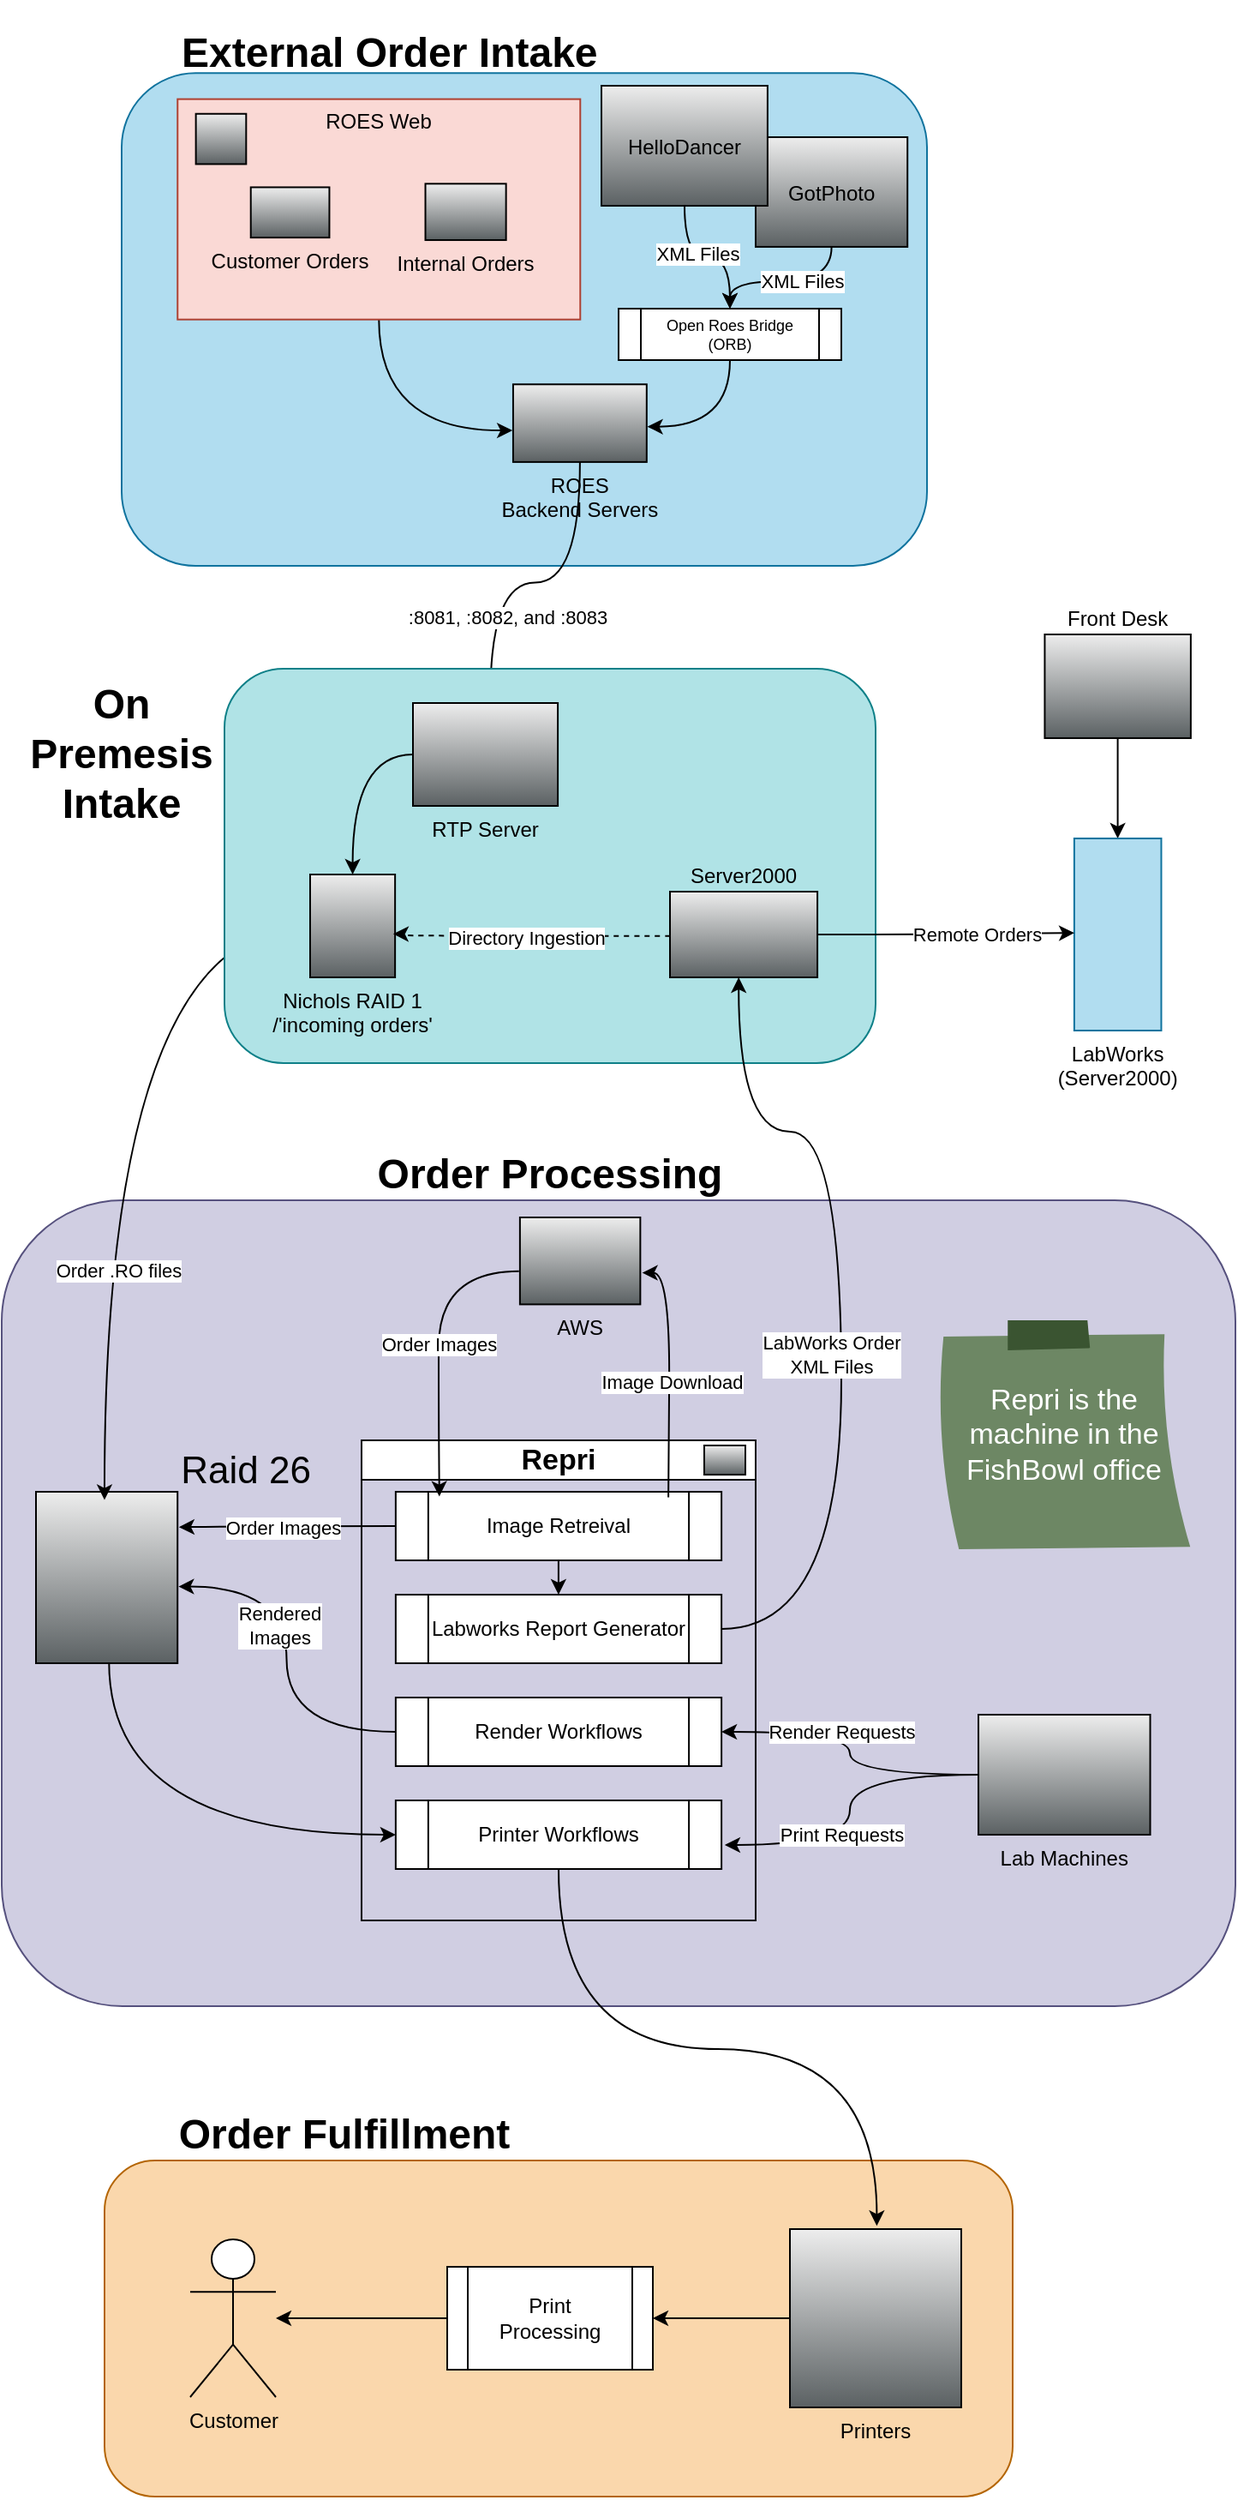
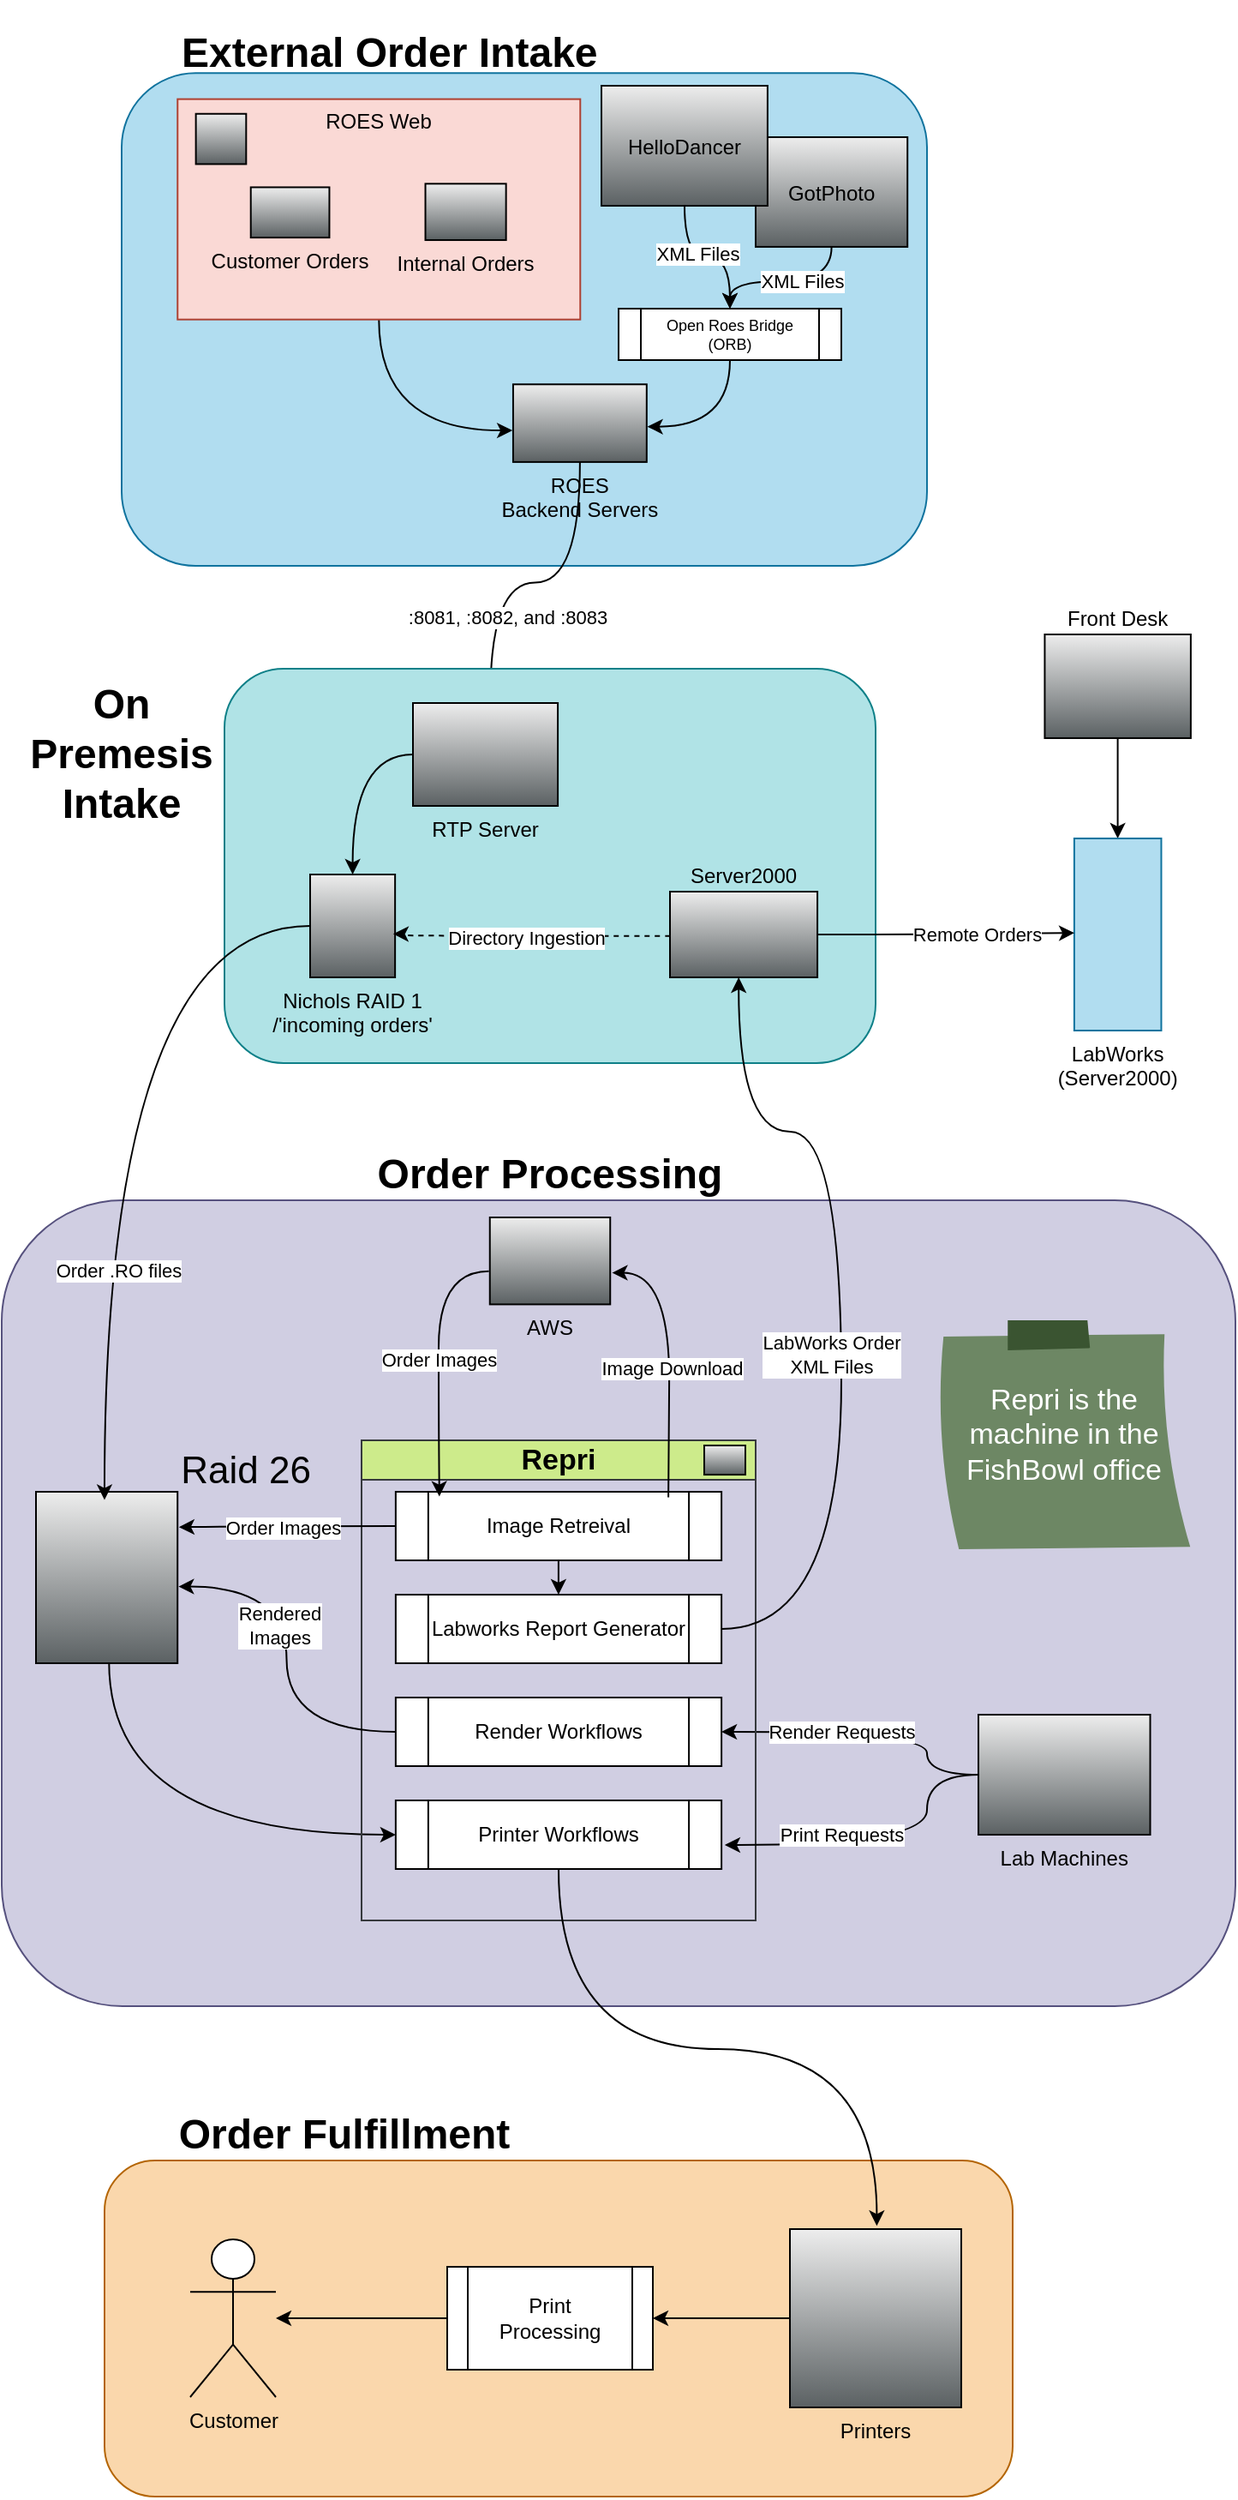
<mxfile host="app.diagrams.net" pages="2">
  <diagram name="External Order Intake" id="xOiFyvTx0ugd0xP541Ys">
-     <mxGraphModel dx="1138" dy="664" grid="1" gridSize="10" guides="1" tooltips="1" connect="1" arrows="1" fold="1" page="1" pageScale="1" pageWidth="850" pageHeight="1100" math="0" shadow="0">
+     <mxGraphModel dx="1366" dy="797" grid="1" gridSize="10" guides="1" tooltips="1" connect="1" arrows="1" fold="1" page="1" pageScale="1" pageWidth="850" pageHeight="1100" math="0" shadow="0">
      <root>
        <mxCell id="0" />
        <mxCell id="1" parent="0" />
        <mxCell id="Abbv7D0ucnFepgTgGXwM-46" connectable="0" parent="1" style="group" value="" vertex="1">
          <mxGeometry height="310" width="470" x="160" y="40" as="geometry" />
        </mxCell>
        <mxCell id="Abbv7D0ucnFepgTgGXwM-2" parent="Abbv7D0ucnFepgTgGXwM-46" style="rounded=1;whiteSpace=wrap;html=1;fillColor=#b1ddf0;strokeColor=#10739e;" value=" " vertex="1">
          <mxGeometry height="287.3170731707317" width="470.00000000000006" y="22.682926829268293" as="geometry" />
        </mxCell>
        <mxCell id="uFVznFZ-sdEEhWdo_pJ7-23" parent="Abbv7D0ucnFepgTgGXwM-46" style="shape=mxgraph.networks2.icon;aspect=fixed;fillColor=#EDEDED;strokeColor=#000000;gradientColor=#5B6163;network2IconShadow=1;network2bgFillColor=none;labelPosition=center;verticalLabelPosition=middle;align=center;verticalAlign=middle;network2Icon=mxgraph.networks2.cloud;network2IconYOffset=-0.08;network2IconW=1.0004;network2IconH=0.7222;" value="GotPhoto" vertex="1">
          <mxGeometry height="63.96" width="88.6" x="370" y="60" as="geometry" />
        </mxCell>
        <mxCell id="uFVznFZ-sdEEhWdo_pJ7-26" parent="Abbv7D0ucnFepgTgGXwM-46" style="fillColorStyles=neutralFill;neutralFill=#9DA6A8;shape=mxgraph.networks2.icon;aspect=fixed;fillColor=#EDEDED;strokeColor=#000000;gradientColor=#5B6163;network2IconShadow=1;network2bgFillColor=none;labelPosition=center;verticalLabelPosition=bottom;align=center;verticalAlign=top;network2Icon=mxgraph.networks2.server;network2IconW=1.0001;network2IconH=0.5812;" value="ROES&#xa;Backend Servers" vertex="1">
          <mxGeometry height="45.29897718332022" width="77.94659716758459" x="228.46569444444447" y="204.14634146341464" as="geometry" />
        </mxCell>
        <mxCell id="uFVznFZ-sdEEhWdo_pJ7-27" edge="1" parent="Abbv7D0ucnFepgTgGXwM-46" source="uFVznFZ-sdEEhWdo_pJ7-12" style="edgeStyle=orthogonalEdgeStyle;curved=1;rounded=0;orthogonalLoop=1;jettySize=auto;html=1;exitX=0.5;exitY=1;exitDx=0;exitDy=0;entryX=-0.005;entryY=0.594;entryDx=0;entryDy=0;entryPerimeter=0;" target="uFVznFZ-sdEEhWdo_pJ7-26">
          <mxGeometry relative="1" as="geometry" />
        </mxCell>
        <mxCell id="Abbv7D0ucnFepgTgGXwM-3" parent="Abbv7D0ucnFepgTgGXwM-46" style="text;html=1;whiteSpace=wrap;strokeColor=none;fillColor=none;align=left;verticalAlign=middle;rounded=0;" value="&lt;h1&gt;External Order Intake&lt;/h1&gt;" vertex="1">
          <mxGeometry height="22.68" width="407.36" x="32.64" as="geometry" />
        </mxCell>
        <mxCell id="Abbv7D0ucnFepgTgGXwM-45" connectable="0" parent="Abbv7D0ucnFepgTgGXwM-46" style="group;" value="" vertex="1">
          <mxGeometry height="128.53658536585368" width="235.00000000000003" x="32.63888888888889" y="37.804878048780495" as="geometry" />
        </mxCell>
        <mxCell id="uFVznFZ-sdEEhWdo_pJ7-12" parent="Abbv7D0ucnFepgTgGXwM-45" style="rounded=0;whiteSpace=wrap;html=1;fillColor=#fad9d5;strokeColor=#ae4132;" value="" vertex="1">
          <mxGeometry height="128.53658536585368" width="235.00000000000003" as="geometry" />
        </mxCell>
        <mxCell id="uFVznFZ-sdEEhWdo_pJ7-13" parent="Abbv7D0ucnFepgTgGXwM-45" style="shape=mxgraph.networks2.icon;aspect=fixed;fillColor=#EDEDED;strokeColor=#000000;gradientColor=#5B6163;network2IconShadow=1;network2bgFillColor=none;labelPosition=center;verticalLabelPosition=bottom;align=center;verticalAlign=top;network2Icon=mxgraph.networks2.globe;network2IconW=1;network2IconH=1;" value="" vertex="1">
          <mxGeometry height="29.33648046157881" width="29.33648046157881" x="10.681818181818182" y="8.56910569105691" as="geometry" />
        </mxCell>
        <mxCell id="uFVznFZ-sdEEhWdo_pJ7-14" parent="Abbv7D0ucnFepgTgGXwM-45" style="shape=mxgraph.networks2.icon;aspect=fixed;fillColor=#EDEDED;strokeColor=#000000;gradientColor=#5B6163;network2IconShadow=1;network2bgFillColor=none;labelPosition=center;verticalLabelPosition=bottom;align=center;verticalAlign=top;network2Icon=mxgraph.networks2.users;network2IconXOffset=0.0019;network2IconYOffset=-0.0004;network2IconW=1.0353;network2IconH=0.6623;" value="Customer Orders" vertex="1">
          <mxGeometry height="29.33648046157881" width="45.86025308156307" x="42.72727272727273" y="51.41463414634146" as="geometry" />
        </mxCell>
        <mxCell id="uFVznFZ-sdEEhWdo_pJ7-15" parent="Abbv7D0ucnFepgTgGXwM-45" style="shape=mxgraph.networks2.icon;aspect=fixed;fillColor=#EDEDED;strokeColor=#000000;gradientColor=#5B6163;network2IconShadow=1;network2bgFillColor=none;labelPosition=center;verticalLabelPosition=bottom;align=center;verticalAlign=top;network2Icon=mxgraph.networks2.lan;network2IconYOffset=0.0558;network2IconW=1.0834;network2IconH=0.7564;" value="Internal Orders" vertex="1">
          <mxGeometry height="32.85685811696826" width="47.0630487804878" x="144.61949300699303" y="49.35804878048783" as="geometry" />
        </mxCell>
        <mxCell id="uFVznFZ-sdEEhWdo_pJ7-25" parent="Abbv7D0ucnFepgTgGXwM-45" style="text;html=1;whiteSpace=wrap;strokeColor=none;fillColor=none;align=center;verticalAlign=middle;rounded=0;" value="ROES Web" vertex="1">
          <mxGeometry height="25.70731707317073" width="72.3076923076923" x="81.34615384615385" as="geometry" />
        </mxCell>
        <mxCell id="jQCsffpuLkgTT5c4SlJs-1" parent="Abbv7D0ucnFepgTgGXwM-46" style="shape=mxgraph.networks2.icon;aspect=fixed;fillColor=#EDEDED;strokeColor=#000000;gradientColor=#5B6163;network2IconShadow=1;network2bgFillColor=none;labelPosition=center;verticalLabelPosition=middle;align=center;verticalAlign=middle;network2Icon=mxgraph.networks2.cloud;network2IconYOffset=-0.08;network2IconW=1.0004;network2IconH=0.7222;" value="HelloDancer" vertex="1">
          <mxGeometry height="70" width="96.96" x="280" y="30" as="geometry" />
        </mxCell>
        <mxCell id="Abbv7D0ucnFepgTgGXwM-144" connectable="0" parent="1" style="group" value="" vertex="1">
          <mxGeometry height="500" width="720.13" x="90" y="690" as="geometry" />
        </mxCell>
-         <mxCell id="Abbv7D0ucnFepgTgGXwM-132" parent="Abbv7D0ucnFepgTgGXwM-144" style="rounded=1;whiteSpace=wrap;html=1;fillColor=#d0cee2;strokeColor=#56517e;" value=" " vertex="1">
+         <mxCell id="Abbv7D0ucnFepgTgGXwM-132" parent="Abbv7D0ucnFepgTgGXwM-144" style="rounded=1;whiteSpace=wrap;html=1;fillColor=#d0cee2;strokeColor=#56517e;" value="&amp;nbsp; &amp;nbsp;" vertex="1">
          <mxGeometry height="470" width="720" y="30" as="geometry" />
        </mxCell>
        <mxCell id="Abbv7D0ucnFepgTgGXwM-123" edge="1" parent="Abbv7D0ucnFepgTgGXwM-144" source="Abbv7D0ucnFepgTgGXwM-55" style="edgeStyle=orthogonalEdgeStyle;curved=1;rounded=0;orthogonalLoop=1;jettySize=auto;html=1;entryX=0;entryY=0.5;entryDx=0;entryDy=0;exitX=0.516;exitY=0.991;exitDx=0;exitDy=0;exitPerimeter=0;" target="Abbv7D0ucnFepgTgGXwM-87">
          <mxGeometry relative="1" as="geometry" />
        </mxCell>
        <mxCell id="Abbv7D0ucnFepgTgGXwM-124" connectable="0" parent="Abbv7D0ucnFepgTgGXwM-123" style="edgeLabel;html=1;align=center;verticalAlign=middle;resizable=0;points=[];" value=" " vertex="1">
          <mxGeometry relative="1" x="-0.5108" y="29" as="geometry">
            <mxPoint as="offset" />
          </mxGeometry>
        </mxCell>
        <mxCell id="Abbv7D0ucnFepgTgGXwM-55" parent="Abbv7D0ucnFepgTgGXwM-144" style="shape=mxgraph.networks2.icon;aspect=fixed;fillColor=#EDEDED;strokeColor=#000000;gradientColor=#5B6163;network2IconShadow=1;network2bgFillColor=none;labelPosition=right;verticalLabelPosition=top;align=left;verticalAlign=bottom;network2Icon=mxgraph.networks2.data_storage;network2IconW=0.8252;network2IconH=0.9989;fontSize=22;" value="Raid 26" vertex="1">
          <mxGeometry height="100" width="82.61" x="20" y="200" as="geometry" />
        </mxCell>
        <mxCell id="Abbv7D0ucnFepgTgGXwM-125" edge="1" parent="Abbv7D0ucnFepgTgGXwM-144" source="Abbv7D0ucnFepgTgGXwM-65" style="edgeStyle=orthogonalEdgeStyle;curved=1;rounded=0;orthogonalLoop=1;jettySize=auto;html=1;entryX=1;entryY=0.5;entryDx=0;entryDy=0;" target="Abbv7D0ucnFepgTgGXwM-70">
-           <mxGeometry relative="1" as="geometry" />
+           <mxGeometry relative="1" as="geometry">
+             <Array as="points">
+               <mxPoint x="540" y="365" />
+               <mxPoint x="540" y="340" />
+             </Array>
+           </mxGeometry>
        </mxCell>
        <mxCell id="Abbv7D0ucnFepgTgGXwM-127" connectable="0" parent="Abbv7D0ucnFepgTgGXwM-125" style="edgeLabel;html=1;align=center;verticalAlign=middle;resizable=0;points=[];" value="Render Requests" vertex="1">
          <mxGeometry relative="1" x="0.4996" y="2" as="geometry">
            <mxPoint x="26" y="-2" as="offset" />
          </mxGeometry>
        </mxCell>
        <mxCell id="Abbv7D0ucnFepgTgGXwM-65" parent="Abbv7D0ucnFepgTgGXwM-144" style="shape=mxgraph.networks2.icon;aspect=fixed;fillColor=#EDEDED;strokeColor=#000000;gradientColor=#5B6163;network2IconShadow=1;network2bgFillColor=none;labelPosition=center;verticalLabelPosition=bottom;align=center;verticalAlign=top;network2Icon=mxgraph.networks2.lan;network2IconYOffset=0.0558;network2IconW=1.0834;network2IconH=0.7564;" value="Lab Machines" vertex="1">
          <mxGeometry height="70" width="100.26" x="570" y="330" as="geometry" />
        </mxCell>
        <mxCell id="Abbv7D0ucnFepgTgGXwM-67" parent="Abbv7D0ucnFepgTgGXwM-144" style="shape=mxgraph.networks2.icon;aspect=fixed;fillColor=#EDEDED;strokeColor=#000000;gradientColor=#5B6163;network2IconShadow=1;network2bgFillColor=none;labelPosition=center;verticalLabelPosition=bottom;align=center;verticalAlign=top;network2Icon=mxgraph.networks2.cloud;network2IconYOffset=-0.08;network2IconW=1.0004;network2IconH=0.7222;" value="AWS" vertex="1">
-           <mxGeometry height="50.71" width="70.24" x="302.44" y="40" as="geometry" />
-         </mxCell>
-         <mxCell id="Abbv7D0ucnFepgTgGXwM-68" parent="Abbv7D0ucnFepgTgGXwM-144" style="swimlane;whiteSpace=wrap;html=1;align=center;fontSize=17;" value="&lt;div align=&quot;center&quot;&gt;Repri&lt;/div&gt;" vertex="1">
+           <mxGeometry height="50.71" width="70.24" x="284.88" y="40" as="geometry" />
+         </mxCell>
+         <mxCell id="Abbv7D0ucnFepgTgGXwM-68" parent="Abbv7D0ucnFepgTgGXwM-144" style="swimlane;whiteSpace=wrap;html=1;align=center;fontSize=17;fillColor=#cdeb8b;strokeColor=#36393d;" value="&lt;div align=&quot;center&quot;&gt;Repri&lt;/div&gt;" vertex="1">
          <mxGeometry height="280" width="230" x="210" y="170" as="geometry">
            <mxRectangle height="30" width="140" x="105.12" y="1050" as="alternateBounds" />
          </mxGeometry>
        </mxCell>
        <mxCell id="Abbv7D0ucnFepgTgGXwM-66" parent="Abbv7D0ucnFepgTgGXwM-68" style="shape=mxgraph.networks2.icon;aspect=fixed;fillColor=#EDEDED;strokeColor=#000000;gradientColor=#5B6163;network2IconShadow=1;network2bgFillColor=none;labelPosition=center;verticalLabelPosition=bottom;align=center;verticalAlign=top;network2Icon=mxgraph.networks2.pc;network2IconYOffset=-0.0593;network2IconW=0.9999;network2IconH=0.7096;" value=" " vertex="1">
          <mxGeometry height="17.03" width="24" x="200" y="3" as="geometry" />
        </mxCell>
        <mxCell id="Abbv7D0ucnFepgTgGXwM-79" edge="1" parent="Abbv7D0ucnFepgTgGXwM-68" source="Abbv7D0ucnFepgTgGXwM-69" style="edgeStyle=orthogonalEdgeStyle;curved=1;rounded=0;orthogonalLoop=1;jettySize=auto;html=1;entryX=0.5;entryY=0;entryDx=0;entryDy=0;" target="Abbv7D0ucnFepgTgGXwM-78">
          <mxGeometry relative="1" as="geometry" />
        </mxCell>
        <mxCell id="Abbv7D0ucnFepgTgGXwM-69" parent="Abbv7D0ucnFepgTgGXwM-68" style="shape=process;whiteSpace=wrap;html=1;backgroundOutline=1;" value="Image Retreival" vertex="1">
          <mxGeometry height="40" width="190.12" x="19.94" y="30" as="geometry" />
        </mxCell>
        <mxCell id="Abbv7D0ucnFepgTgGXwM-70" parent="Abbv7D0ucnFepgTgGXwM-68" style="shape=process;whiteSpace=wrap;html=1;backgroundOutline=1;" value="Render Workflows" vertex="1">
          <mxGeometry height="40" width="190.12" x="19.939999999999998" y="150" as="geometry" />
        </mxCell>
        <mxCell id="Abbv7D0ucnFepgTgGXwM-78" parent="Abbv7D0ucnFepgTgGXwM-68" style="shape=process;whiteSpace=wrap;html=1;backgroundOutline=1;" value="Labworks Report Generator" vertex="1">
          <mxGeometry height="40" width="190.12" x="19.939999999999998" y="90" as="geometry" />
        </mxCell>
        <mxCell id="Abbv7D0ucnFepgTgGXwM-87" parent="Abbv7D0ucnFepgTgGXwM-68" style="shape=process;whiteSpace=wrap;html=1;backgroundOutline=1;" value="Printer Workflows" vertex="1">
          <mxGeometry height="40" width="190.12" x="19.939999999999998" y="210" as="geometry" />
        </mxCell>
        <mxCell id="Abbv7D0ucnFepgTgGXwM-71" edge="1" parent="Abbv7D0ucnFepgTgGXwM-144" source="Abbv7D0ucnFepgTgGXwM-69" style="edgeStyle=orthogonalEdgeStyle;curved=1;rounded=0;orthogonalLoop=1;jettySize=auto;html=1;entryX=1.016;entryY=0.637;entryDx=0;entryDy=0;entryPerimeter=0;exitX=0.837;exitY=0.082;exitDx=0;exitDy=0;exitPerimeter=0;" target="Abbv7D0ucnFepgTgGXwM-67">
          <mxGeometry relative="1" as="geometry">
            <Array as="points">
              <mxPoint x="389" y="200" />
              <mxPoint x="390" y="200" />
              <mxPoint x="390" y="72" />
            </Array>
            <mxPoint x="400" y="198" as="sourcePoint" />
          </mxGeometry>
        </mxCell>
        <mxCell id="Abbv7D0ucnFepgTgGXwM-72" connectable="0" parent="Abbv7D0ucnFepgTgGXwM-71" style="edgeLabel;html=1;align=center;verticalAlign=middle;resizable=0;points=[];" value="Image Download" vertex="1">
          <mxGeometry relative="1" x="-0.0797" y="-1" as="geometry">
            <mxPoint as="offset" />
          </mxGeometry>
        </mxCell>
        <mxCell id="Abbv7D0ucnFepgTgGXwM-73" edge="1" parent="Abbv7D0ucnFepgTgGXwM-144" source="Abbv7D0ucnFepgTgGXwM-67" style="edgeStyle=orthogonalEdgeStyle;curved=1;rounded=0;orthogonalLoop=1;jettySize=auto;html=1;entryX=0.134;entryY=0.07;entryDx=0;entryDy=0;entryPerimeter=0;exitX=-0.008;exitY=0.619;exitDx=0;exitDy=0;exitPerimeter=0;" target="Abbv7D0ucnFepgTgGXwM-69">
          <mxGeometry relative="1" as="geometry">
            <Array as="points">
              <mxPoint x="255" y="71" />
              <mxPoint x="255" y="160" />
            </Array>
          </mxGeometry>
        </mxCell>
        <mxCell id="Abbv7D0ucnFepgTgGXwM-74" connectable="0" parent="Abbv7D0ucnFepgTgGXwM-73" style="edgeLabel;html=1;align=center;verticalAlign=middle;resizable=0;points=[];" value="Order Images" vertex="1">
          <mxGeometry relative="1" x="0.0052" as="geometry">
            <mxPoint as="offset" />
          </mxGeometry>
        </mxCell>
        <mxCell id="Abbv7D0ucnFepgTgGXwM-118" edge="1" parent="Abbv7D0ucnFepgTgGXwM-144" source="Abbv7D0ucnFepgTgGXwM-69" style="edgeStyle=orthogonalEdgeStyle;curved=1;rounded=0;orthogonalLoop=1;jettySize=auto;html=1;entryX=1.01;entryY=0.206;entryDx=0;entryDy=0;entryPerimeter=0;" target="Abbv7D0ucnFepgTgGXwM-55">
          <mxGeometry relative="1" as="geometry" />
        </mxCell>
        <mxCell id="Abbv7D0ucnFepgTgGXwM-120" connectable="0" parent="Abbv7D0ucnFepgTgGXwM-118" style="edgeLabel;html=1;align=center;verticalAlign=middle;resizable=0;points=[];" value="Order Images" vertex="1">
          <mxGeometry relative="1" x="0.0556" as="geometry">
            <mxPoint as="offset" />
          </mxGeometry>
        </mxCell>
        <mxCell id="Abbv7D0ucnFepgTgGXwM-121" edge="1" parent="Abbv7D0ucnFepgTgGXwM-144" source="Abbv7D0ucnFepgTgGXwM-70" style="edgeStyle=orthogonalEdgeStyle;curved=1;rounded=0;orthogonalLoop=1;jettySize=auto;html=1;entryX=1.007;entryY=0.553;entryDx=0;entryDy=0;entryPerimeter=0;" target="Abbv7D0ucnFepgTgGXwM-55">
          <mxGeometry relative="1" as="geometry" />
        </mxCell>
        <mxCell id="Abbv7D0ucnFepgTgGXwM-122" connectable="0" parent="Abbv7D0ucnFepgTgGXwM-121" style="edgeLabel;html=1;align=center;verticalAlign=middle;resizable=0;points=[];" value="Rendered&lt;br&gt;Images" vertex="1">
          <mxGeometry relative="1" x="0.1933" y="5" as="geometry">
            <mxPoint as="offset" />
          </mxGeometry>
        </mxCell>
        <mxCell id="Abbv7D0ucnFepgTgGXwM-126" edge="1" parent="Abbv7D0ucnFepgTgGXwM-144" source="Abbv7D0ucnFepgTgGXwM-65" style="edgeStyle=orthogonalEdgeStyle;curved=1;rounded=0;orthogonalLoop=1;jettySize=auto;html=1;entryX=1.01;entryY=0.65;entryDx=0;entryDy=0;entryPerimeter=0;" target="Abbv7D0ucnFepgTgGXwM-87">
-           <mxGeometry relative="1" as="geometry" />
+           <mxGeometry relative="1" as="geometry">
+             <Array as="points">
+               <mxPoint x="540" y="365" />
+               <mxPoint x="540" y="406" />
+             </Array>
+           </mxGeometry>
        </mxCell>
        <mxCell id="Abbv7D0ucnFepgTgGXwM-128" connectable="0" parent="Abbv7D0ucnFepgTgGXwM-126" style="edgeLabel;html=1;align=center;verticalAlign=middle;resizable=0;points=[];" value="Print Requests" vertex="1">
          <mxGeometry relative="1" x="0.4408" y="-6" as="geometry">
            <mxPoint x="15" as="offset" />
          </mxGeometry>
        </mxCell>
        <mxCell id="Abbv7D0ucnFepgTgGXwM-143" parent="Abbv7D0ucnFepgTgGXwM-144" style="text;html=1;whiteSpace=wrap;strokeColor=none;fillColor=none;align=center;verticalAlign=middle;rounded=0;" value="&lt;h1&gt;Order Processing&lt;/h1&gt;" vertex="1">
          <mxGeometry height="30" width="320" x="160" as="geometry" />
        </mxCell>
        <mxCell id="jQCsffpuLkgTT5c4SlJs-15" parent="Abbv7D0ucnFepgTgGXwM-144" style="strokeWidth=1;shadow=0;dashed=0;align=center;html=1;shape=mxgraph.mockup.text.stickyNote2;fontColor=#ffffff;mainText=;fontSize=17;whiteSpace=wrap;fillColor=#6d8764;strokeColor=#3A5431;" value="Repri is the machine in the FishBowl office" vertex="1">
          <mxGeometry height="134.87" width="150" x="545.13" y="100" as="geometry" />
        </mxCell>
-         <mxCell id="Abbv7D0ucnFepgTgGXwM-116" edge="1" parent="1" source="Abbv7D0ucnFepgTgGXwM-49" style="edgeStyle=orthogonalEdgeStyle;curved=1;rounded=0;orthogonalLoop=1;jettySize=auto;html=1;entryX=0.484;entryY=0.048;entryDx=0;entryDy=0;entryPerimeter=0;" target="Abbv7D0ucnFepgTgGXwM-55">
-           <mxGeometry relative="1" as="geometry" />
-         </mxCell>
-         <mxCell id="Abbv7D0ucnFepgTgGXwM-117" connectable="0" parent="Abbv7D0ucnFepgTgGXwM-116" style="edgeLabel;html=1;align=center;verticalAlign=middle;resizable=0;points=[];" value="Order .RO files" vertex="1">
-           <mxGeometry relative="1" x="0.4085" y="8" as="geometry">
-             <mxPoint as="offset" />
-           </mxGeometry>
-         </mxCell>
        <mxCell id="Abbv7D0ucnFepgTgGXwM-147" connectable="0" parent="1" style="group" value=" " vertex="1">
          <mxGeometry height="226" width="530" x="150" y="1250" as="geometry" />
        </mxCell>
        <mxCell id="Abbv7D0ucnFepgTgGXwM-142" parent="Abbv7D0ucnFepgTgGXwM-147" style="rounded=1;whiteSpace=wrap;html=1;fillColor=#fad7ac;strokeColor=#b46504;" value="" vertex="1">
          <mxGeometry height="196" width="530" y="30" as="geometry" />
        </mxCell>
        <mxCell id="Abbv7D0ucnFepgTgGXwM-139" edge="1" parent="Abbv7D0ucnFepgTgGXwM-147" source="Abbv7D0ucnFepgTgGXwM-135" style="edgeStyle=orthogonalEdgeStyle;curved=1;rounded=0;orthogonalLoop=1;jettySize=auto;html=1;entryX=1;entryY=0.5;entryDx=0;entryDy=0;" target="Abbv7D0ucnFepgTgGXwM-137">
          <mxGeometry relative="1" as="geometry" />
        </mxCell>
        <mxCell id="Abbv7D0ucnFepgTgGXwM-135" parent="Abbv7D0ucnFepgTgGXwM-147" style="fillColorStyles=neutralFill;neutralFill=#9DA6A8;shape=mxgraph.networks2.icon;aspect=fixed;fillColor=#EDEDED;strokeColor=#000000;gradientColor=#5B6163;network2IconShadow=1;network2bgFillColor=none;labelPosition=center;verticalLabelPosition=bottom;align=center;verticalAlign=top;network2Icon=mxgraph.networks2.printer;network2IconW=1;network2IconH=1.04;" value="Printers" vertex="1">
          <mxGeometry height="104" width="100" x="400" y="70" as="geometry" />
        </mxCell>
        <mxCell id="Abbv7D0ucnFepgTgGXwM-140" edge="1" parent="Abbv7D0ucnFepgTgGXwM-147" source="Abbv7D0ucnFepgTgGXwM-137" style="edgeStyle=orthogonalEdgeStyle;curved=1;rounded=0;orthogonalLoop=1;jettySize=auto;html=1;" target="Abbv7D0ucnFepgTgGXwM-138">
          <mxGeometry relative="1" as="geometry" />
        </mxCell>
        <mxCell id="Abbv7D0ucnFepgTgGXwM-137" parent="Abbv7D0ucnFepgTgGXwM-147" style="shape=process;whiteSpace=wrap;html=1;backgroundOutline=1;" value="&lt;div&gt;Print&lt;/div&gt;&lt;div&gt;Processing&lt;/div&gt;" vertex="1">
          <mxGeometry height="60" width="120" x="200" y="92" as="geometry" />
        </mxCell>
        <mxCell id="Abbv7D0ucnFepgTgGXwM-138" parent="Abbv7D0ucnFepgTgGXwM-147" style="shape=umlActor;verticalLabelPosition=bottom;verticalAlign=top;html=1;outlineConnect=0;" value="Customer" vertex="1">
          <mxGeometry height="92" width="50" x="50" y="76" as="geometry" />
        </mxCell>
        <mxCell id="Abbv7D0ucnFepgTgGXwM-146" parent="Abbv7D0ucnFepgTgGXwM-147" style="text;html=1;whiteSpace=wrap;strokeColor=none;fillColor=none;align=center;verticalAlign=middle;rounded=0;" value="&lt;h1&gt;Order Fulfillment&lt;/h1&gt;" vertex="1">
          <mxGeometry height="30" width="220" x="30" as="geometry" />
        </mxCell>
        <mxCell id="Abbv7D0ucnFepgTgGXwM-136" edge="1" parent="1" source="Abbv7D0ucnFepgTgGXwM-87" style="edgeStyle=orthogonalEdgeStyle;curved=1;rounded=0;orthogonalLoop=1;jettySize=auto;html=1;entryX=0.507;entryY=-0.018;entryDx=0;entryDy=0;entryPerimeter=0;exitX=0.5;exitY=1;exitDx=0;exitDy=0;" target="Abbv7D0ucnFepgTgGXwM-135">
          <mxGeometry relative="1" as="geometry" />
        </mxCell>
        <mxCell id="jQCsffpuLkgTT5c4SlJs-11" parent="1" style="shape=process;whiteSpace=wrap;html=1;backgroundOutline=1;fontSize=9;" value="&lt;div&gt;Open Roes Bridge&lt;/div&gt;&lt;div&gt;(ORB)&lt;/div&gt;" vertex="1">
          <mxGeometry height="30" width="130" x="450" y="200" as="geometry" />
        </mxCell>
        <mxCell id="jQCsffpuLkgTT5c4SlJs-12" edge="1" parent="1" source="jQCsffpuLkgTT5c4SlJs-1" style="edgeStyle=orthogonalEdgeStyle;curved=1;rounded=0;orthogonalLoop=1;jettySize=auto;html=1;entryX=0.5;entryY=0;entryDx=0;entryDy=0;" target="jQCsffpuLkgTT5c4SlJs-11">
          <mxGeometry relative="1" as="geometry" />
        </mxCell>
        <mxCell id="jQCsffpuLkgTT5c4SlJs-17" connectable="0" parent="jQCsffpuLkgTT5c4SlJs-12" style="edgeLabel;html=1;align=center;verticalAlign=middle;resizable=0;points=[];" value="XML Files" vertex="1">
          <mxGeometry relative="1" x="-0.1399" y="2" as="geometry">
            <mxPoint as="offset" />
          </mxGeometry>
        </mxCell>
        <mxCell id="jQCsffpuLkgTT5c4SlJs-13" edge="1" parent="1" source="uFVznFZ-sdEEhWdo_pJ7-23" style="edgeStyle=orthogonalEdgeStyle;curved=1;rounded=0;orthogonalLoop=1;jettySize=auto;html=1;entryX=0.5;entryY=0;entryDx=0;entryDy=0;" target="jQCsffpuLkgTT5c4SlJs-11">
          <mxGeometry relative="1" as="geometry" />
        </mxCell>
        <mxCell id="jQCsffpuLkgTT5c4SlJs-16" connectable="0" parent="jQCsffpuLkgTT5c4SlJs-13" style="edgeLabel;html=1;align=center;verticalAlign=middle;resizable=0;points=[];" value="XML Files" vertex="1">
          <mxGeometry relative="1" x="-0.2099" as="geometry">
            <mxPoint as="offset" />
          </mxGeometry>
        </mxCell>
        <mxCell id="jQCsffpuLkgTT5c4SlJs-14" edge="1" parent="1" source="jQCsffpuLkgTT5c4SlJs-11" style="edgeStyle=orthogonalEdgeStyle;curved=1;rounded=0;orthogonalLoop=1;jettySize=auto;html=1;entryX=1.005;entryY=0.545;entryDx=0;entryDy=0;entryPerimeter=0;" target="uFVznFZ-sdEEhWdo_pJ7-26">
          <mxGeometry relative="1" as="geometry" />
        </mxCell>
        <mxCell id="Abbv7D0ucnFepgTgGXwM-59" edge="1" parent="1" source="uFVznFZ-sdEEhWdo_pJ7-26" style="edgeStyle=orthogonalEdgeStyle;curved=1;rounded=0;orthogonalLoop=1;jettySize=auto;html=1;entryX=0.535;entryY=0.039;entryDx=0;entryDy=0;entryPerimeter=0;" target="Abbv7D0ucnFepgTgGXwM-48">
          <mxGeometry relative="1" as="geometry" />
        </mxCell>
        <mxCell id="Abbv7D0ucnFepgTgGXwM-60" connectable="0" parent="Abbv7D0ucnFepgTgGXwM-59" style="edgeLabel;html=1;align=center;verticalAlign=middle;resizable=0;points=[];" value=":8081, :8082, and :8083" vertex="1">
          <mxGeometry relative="1" x="0.1735" as="geometry">
            <mxPoint x="2" y="20" as="offset" />
          </mxGeometry>
        </mxCell>
        <mxCell id="jQCsffpuLkgTT5c4SlJs-23" parent="1" style="shape=mxgraph.networks2.icon;aspect=fixed;fillColor=#EDEDED;strokeColor=#000000;gradientColor=#5B6163;network2IconShadow=1;network2bgFillColor=none;labelPosition=center;verticalLabelPosition=top;align=center;verticalAlign=bottom;network2Icon=mxgraph.networks2.pc;network2IconYOffset=-0.0593;network2IconW=0.9999;network2IconH=0.7096;" value="Front Desk" vertex="1">
          <mxGeometry height="60.48" width="85.22" x="698.72" y="390" as="geometry" />
        </mxCell>
        <mxCell id="jQCsffpuLkgTT5c4SlJs-25" connectable="0" parent="1" style="group" value="" vertex="1">
          <mxGeometry height="230" width="500" x="100" y="410" as="geometry" />
        </mxCell>
        <mxCell id="Abbv7D0ucnFepgTgGXwM-58" parent="jQCsffpuLkgTT5c4SlJs-25" style="rounded=1;whiteSpace=wrap;html=1;fillColor=#b0e3e6;strokeColor=#0e8088;" value=" " vertex="1">
          <mxGeometry height="230" width="380" x="120" as="geometry" />
        </mxCell>
        <mxCell id="Abbv7D0ucnFepgTgGXwM-61" edge="1" parent="jQCsffpuLkgTT5c4SlJs-25" source="Abbv7D0ucnFepgTgGXwM-48" style="edgeStyle=orthogonalEdgeStyle;curved=1;rounded=0;orthogonalLoop=1;jettySize=auto;html=1;" target="Abbv7D0ucnFepgTgGXwM-49">
          <mxGeometry relative="1" as="geometry" />
        </mxCell>
        <mxCell id="Abbv7D0ucnFepgTgGXwM-48" parent="jQCsffpuLkgTT5c4SlJs-25" style="shape=mxgraph.networks2.icon;aspect=fixed;fillColor=#EDEDED;strokeColor=#000000;gradientColor=#5B6163;network2IconShadow=1;network2bgFillColor=none;labelPosition=center;verticalLabelPosition=bottom;align=center;verticalAlign=top;network2Icon=mxgraph.networks2.pc;network2IconYOffset=-0.0593;network2IconW=0.9999;network2IconH=0.7096;" value="RTP Server" vertex="1">
          <mxGeometry height="60" width="84.55" x="230" y="20" as="geometry" />
        </mxCell>
        <mxCell id="Abbv7D0ucnFepgTgGXwM-49" parent="jQCsffpuLkgTT5c4SlJs-25" style="shape=mxgraph.networks2.icon;aspect=fixed;fillColor=#EDEDED;strokeColor=#000000;gradientColor=#5B6163;network2IconShadow=1;network2bgFillColor=none;labelPosition=center;verticalLabelPosition=bottom;align=center;verticalAlign=top;network2Icon=mxgraph.networks2.data_storage;network2IconW=0.8252;network2IconH=0.9989;" value="Nichols RAID 1&#xa;/&#39;incoming orders&#39;" vertex="1">
          <mxGeometry height="60" width="49.57" x="170" y="120" as="geometry" />
        </mxCell>
        <mxCell id="Abbv7D0ucnFepgTgGXwM-50" parent="jQCsffpuLkgTT5c4SlJs-25" style="fillColorStyles=neutralFill;neutralFill=#9DA6A8;shape=mxgraph.networks2.icon;aspect=fixed;fillColor=#EDEDED;strokeColor=#000000;gradientColor=#5B6163;network2IconShadow=1;network2bgFillColor=none;labelPosition=center;verticalLabelPosition=top;align=center;verticalAlign=bottom;network2Icon=mxgraph.networks2.server;network2IconW=1.0001;network2IconH=0.5812;" value="Server2000" vertex="1">
          <mxGeometry height="50" width="86.04" x="380" y="130" as="geometry" />
        </mxCell>
        <mxCell id="Abbv7D0ucnFepgTgGXwM-53" edge="1" parent="jQCsffpuLkgTT5c4SlJs-25" source="Abbv7D0ucnFepgTgGXwM-50" style="edgeStyle=orthogonalEdgeStyle;curved=1;rounded=0;orthogonalLoop=1;jettySize=auto;html=1;entryX=0.968;entryY=0.578;entryDx=0;entryDy=0;entryPerimeter=0;startArrow=none;startFill=0;dashed=1;exitX=0.003;exitY=0.518;exitDx=0;exitDy=0;exitPerimeter=0;" value=" ">
          <mxGeometry relative="1" as="geometry">
            <Array as="points">
              <mxPoint x="220" y="156" />
              <mxPoint x="220" y="155" />
            </Array>
            <mxPoint x="379.9998" y="157.5" as="sourcePoint" />
            <mxPoint x="218.41376000000008" y="154.68000000000006" as="targetPoint" />
          </mxGeometry>
        </mxCell>
        <mxCell id="Abbv7D0ucnFepgTgGXwM-57" connectable="0" parent="Abbv7D0ucnFepgTgGXwM-53" style="edgeLabel;html=1;align=center;verticalAlign=middle;resizable=0;points=[];" value="Directory Ingestion" vertex="1">
          <mxGeometry relative="1" x="0.0378" y="1" as="geometry">
            <mxPoint as="offset" />
          </mxGeometry>
        </mxCell>
        <mxCell id="Abbv7D0ucnFepgTgGXwM-62" parent="jQCsffpuLkgTT5c4SlJs-25" style="text;html=1;whiteSpace=wrap;strokeColor=none;fillColor=none;align=center;verticalAlign=middle;rounded=0;" value="&lt;h1&gt;On Premesis Intake&lt;/h1&gt;" vertex="1">
          <mxGeometry height="80" width="120" y="10" as="geometry" />
        </mxCell>
        <mxCell id="jQCsffpuLkgTT5c4SlJs-26" edge="1" parent="1" source="jQCsffpuLkgTT5c4SlJs-23" style="edgeStyle=orthogonalEdgeStyle;curved=1;rounded=0;orthogonalLoop=1;jettySize=auto;html=1;" target="jQCsffpuLkgTT5c4SlJs-20" value="">
          <mxGeometry relative="1" as="geometry">
            <mxPoint x="741" y="480" as="sourcePoint" />
            <mxPoint x="742" y="540" as="targetPoint" />
          </mxGeometry>
        </mxCell>
        <mxCell id="jQCsffpuLkgTT5c4SlJs-20" parent="1" style="shape=mxgraph.networks2.icon;aspect=fixed;fillColor=#b1ddf0;strokeColor=#10739e;network2IconShadow=1;network2bgFillColor=none;labelPosition=center;verticalLabelPosition=bottom;align=center;verticalAlign=top;network2Icon=mxgraph.networks2.desktop_pc;network2IconXOffset=-0.0034;network2IconYOffset=0.00035;network2IconW=0.453;network2IconH=0.9995;" value="LabWorks&#xa;(Server2000)" vertex="1">
          <mxGeometry height="112.05" width="50.79" x="715.94" y="508.97" as="geometry" />
        </mxCell>
+         <mxCell id="jQCsffpuLkgTT5c4SlJs-21" edge="1" parent="1" source="Abbv7D0ucnFepgTgGXwM-50" style="edgeStyle=orthogonalEdgeStyle;curved=1;rounded=0;orthogonalLoop=1;jettySize=auto;html=1;entryX=0.002;entryY=0.492;entryDx=0;entryDy=0;entryPerimeter=0;" target="jQCsffpuLkgTT5c4SlJs-20">
+           <mxGeometry relative="1" as="geometry" />
+         </mxCell>
+         <mxCell id="jQCsffpuLkgTT5c4SlJs-22" connectable="0" parent="jQCsffpuLkgTT5c4SlJs-21" style="edgeLabel;html=1;align=center;verticalAlign=middle;resizable=0;points=[];" value="Remote Orders" vertex="1">
+           <mxGeometry relative="1" x="0.0106" y="3" as="geometry">
+             <mxPoint x="17" y="4" as="offset" />
+           </mxGeometry>
+         </mxCell>
+         <mxCell id="Abbv7D0ucnFepgTgGXwM-116" edge="1" parent="1" source="Abbv7D0ucnFepgTgGXwM-49" style="edgeStyle=orthogonalEdgeStyle;curved=1;rounded=0;orthogonalLoop=1;jettySize=auto;html=1;entryX=0.484;entryY=0.048;entryDx=0;entryDy=0;entryPerimeter=0;" target="Abbv7D0ucnFepgTgGXwM-55">
+           <mxGeometry relative="1" as="geometry" />
+         </mxCell>
+         <mxCell id="Abbv7D0ucnFepgTgGXwM-117" connectable="0" parent="Abbv7D0ucnFepgTgGXwM-116" style="edgeLabel;html=1;align=center;verticalAlign=middle;resizable=0;points=[];" value="Order .RO files" vertex="1">
+           <mxGeometry relative="1" x="0.4085" y="8" as="geometry">
+             <mxPoint as="offset" />
+           </mxGeometry>
+         </mxCell>
        <mxCell id="Abbv7D0ucnFepgTgGXwM-133" edge="1" parent="1" source="Abbv7D0ucnFepgTgGXwM-78" style="edgeStyle=orthogonalEdgeStyle;curved=1;rounded=0;orthogonalLoop=1;jettySize=auto;html=1;entryX=0.466;entryY=1;entryDx=0;entryDy=0;entryPerimeter=0;exitX=1;exitY=0.5;exitDx=0;exitDy=0;" target="Abbv7D0ucnFepgTgGXwM-50">
          <mxGeometry relative="1" as="geometry">
            <Array as="points">
              <mxPoint x="580" y="970" />
              <mxPoint x="580" y="680" />
              <mxPoint x="520" y="680" />
            </Array>
          </mxGeometry>
        </mxCell>
        <mxCell id="Abbv7D0ucnFepgTgGXwM-134" connectable="0" parent="Abbv7D0ucnFepgTgGXwM-133" style="edgeLabel;html=1;align=center;verticalAlign=middle;resizable=0;points=[];" value="&lt;div&gt;LabWorks Order&lt;/div&gt;&lt;div&gt;XML Files&lt;/div&gt;" vertex="1">
          <mxGeometry relative="1" x="0.2484" y="-1" as="geometry">
            <mxPoint x="-7" y="88" as="offset" />
-           </mxGeometry>
-         </mxCell>
-         <mxCell id="jQCsffpuLkgTT5c4SlJs-21" edge="1" parent="1" source="Abbv7D0ucnFepgTgGXwM-50" style="edgeStyle=orthogonalEdgeStyle;curved=1;rounded=0;orthogonalLoop=1;jettySize=auto;html=1;entryX=0.002;entryY=0.492;entryDx=0;entryDy=0;entryPerimeter=0;" target="jQCsffpuLkgTT5c4SlJs-20">
-           <mxGeometry relative="1" as="geometry" />
-         </mxCell>
-         <mxCell id="jQCsffpuLkgTT5c4SlJs-22" connectable="0" parent="jQCsffpuLkgTT5c4SlJs-21" style="edgeLabel;html=1;align=center;verticalAlign=middle;resizable=0;points=[];" value="Remote Orders" vertex="1">
-           <mxGeometry relative="1" x="0.0106" y="3" as="geometry">
-             <mxPoint x="17" y="4" as="offset" />
          </mxGeometry>
        </mxCell>
      </root>
    </mxGraphModel>
  </diagram>
  <diagram name="Detailed Server2000" id="ibqqQbgHfbbPR_2iqoen">
-     <mxGraphModel dx="828" dy="1583" grid="1" gridSize="10" guides="1" tooltips="1" connect="1" arrows="1" fold="1" page="1" pageScale="1" pageWidth="850" pageHeight="1100" math="0" shadow="0">
+     <mxGraphModel dx="1821" dy="2163" grid="1" gridSize="10" guides="1" tooltips="1" connect="1" arrows="1" fold="1" page="1" pageScale="1" pageWidth="850" pageHeight="1100" math="0" shadow="0">
      <root>
        <mxCell id="t_mpoE3g2Y7PHNGB8f9t-0" />
        <mxCell id="t_mpoE3g2Y7PHNGB8f9t-1" parent="t_mpoE3g2Y7PHNGB8f9t-0" />
        <mxCell id="t_mpoE3g2Y7PHNGB8f9t-15" connectable="0" parent="t_mpoE3g2Y7PHNGB8f9t-1" style="group" value="   " vertex="1">
          <mxGeometry height="500" width="720.13" x="70" y="-370" as="geometry" />
        </mxCell>
        <mxCell id="t_mpoE3g2Y7PHNGB8f9t-16" parent="t_mpoE3g2Y7PHNGB8f9t-15" style="rounded=1;whiteSpace=wrap;html=1;fillColor=#d0cee2;strokeColor=#56517e;" value=" " vertex="1">
          <mxGeometry height="470" width="720" y="30" as="geometry" />
        </mxCell>
        <mxCell id="t_mpoE3g2Y7PHNGB8f9t-17" edge="1" parent="t_mpoE3g2Y7PHNGB8f9t-15" source="t_mpoE3g2Y7PHNGB8f9t-19" style="edgeStyle=orthogonalEdgeStyle;curved=1;rounded=0;orthogonalLoop=1;jettySize=auto;html=1;entryX=0;entryY=0.5;entryDx=0;entryDy=0;exitX=0.516;exitY=0.991;exitDx=0;exitDy=0;exitPerimeter=0;" target="t_mpoE3g2Y7PHNGB8f9t-30" value=" ">
          <mxGeometry relative="1" as="geometry" />
        </mxCell>
        <mxCell id="t_mpoE3g2Y7PHNGB8f9t-18" connectable="0" parent="t_mpoE3g2Y7PHNGB8f9t-17" style="edgeLabel;html=1;align=center;verticalAlign=middle;resizable=0;points=[];" value=" " vertex="1">
          <mxGeometry relative="1" x="-0.5108" y="29" as="geometry">
            <mxPoint as="offset" />
          </mxGeometry>
        </mxCell>
        <mxCell id="t_mpoE3g2Y7PHNGB8f9t-19" parent="t_mpoE3g2Y7PHNGB8f9t-15" style="shape=mxgraph.networks2.icon;aspect=fixed;fillColor=#EDEDED;strokeColor=#000000;gradientColor=#5B6163;network2IconShadow=1;network2bgFillColor=none;labelPosition=right;verticalLabelPosition=top;align=left;verticalAlign=bottom;network2Icon=mxgraph.networks2.data_storage;network2IconW=0.8252;network2IconH=0.9989;fontSize=22;" value="Raid 26" vertex="1">
          <mxGeometry height="100" width="82.61" x="20" y="200" as="geometry" />
        </mxCell>
        <mxCell id="t_mpoE3g2Y7PHNGB8f9t-20" edge="1" parent="t_mpoE3g2Y7PHNGB8f9t-15" source="t_mpoE3g2Y7PHNGB8f9t-22" style="edgeStyle=orthogonalEdgeStyle;curved=1;rounded=0;orthogonalLoop=1;jettySize=auto;html=1;entryX=1;entryY=0.5;entryDx=0;entryDy=0;" target="t_mpoE3g2Y7PHNGB8f9t-28">
          <mxGeometry relative="1" as="geometry" />
        </mxCell>
        <mxCell id="t_mpoE3g2Y7PHNGB8f9t-21" connectable="0" parent="t_mpoE3g2Y7PHNGB8f9t-20" style="edgeLabel;html=1;align=center;verticalAlign=middle;resizable=0;points=[];" value="Render Requests" vertex="1">
          <mxGeometry relative="1" x="0.4996" y="2" as="geometry">
            <mxPoint x="26" y="-2" as="offset" />
          </mxGeometry>
        </mxCell>
        <mxCell id="t_mpoE3g2Y7PHNGB8f9t-22" parent="t_mpoE3g2Y7PHNGB8f9t-15" style="shape=mxgraph.networks2.icon;aspect=fixed;fillColor=#EDEDED;strokeColor=#000000;gradientColor=#5B6163;network2IconShadow=1;network2bgFillColor=none;labelPosition=center;verticalLabelPosition=bottom;align=center;verticalAlign=top;network2Icon=mxgraph.networks2.lan;network2IconYOffset=0.0558;network2IconW=1.0834;network2IconH=0.7564;" value="Lab Machines" vertex="1">
          <mxGeometry height="70" width="100.26" x="570" y="330" as="geometry" />
        </mxCell>
        <mxCell id="t_mpoE3g2Y7PHNGB8f9t-23" parent="t_mpoE3g2Y7PHNGB8f9t-15" style="shape=mxgraph.networks2.icon;aspect=fixed;fillColor=#EDEDED;strokeColor=#000000;gradientColor=#5B6163;network2IconShadow=1;network2bgFillColor=none;labelPosition=center;verticalLabelPosition=bottom;align=center;verticalAlign=top;network2Icon=mxgraph.networks2.cloud;network2IconYOffset=-0.08;network2IconW=1.0004;network2IconH=0.7222;" value="AWS" vertex="1">
          <mxGeometry height="50.71" width="70.24" x="302.44" y="40" as="geometry" />
        </mxCell>
        <mxCell id="t_mpoE3g2Y7PHNGB8f9t-24" parent="t_mpoE3g2Y7PHNGB8f9t-15" style="swimlane;whiteSpace=wrap;html=1;align=center;fontSize=17;" value="&lt;div align=&quot;center&quot;&gt;Repri&lt;/div&gt;" vertex="1">
          <mxGeometry height="280" width="230" x="210" y="170" as="geometry">
            <mxRectangle height="30" width="140" x="105.12" y="1050" as="alternateBounds" />
          </mxGeometry>
        </mxCell>
        <mxCell id="t_mpoE3g2Y7PHNGB8f9t-25" parent="t_mpoE3g2Y7PHNGB8f9t-24" style="shape=mxgraph.networks2.icon;aspect=fixed;fillColor=#EDEDED;strokeColor=#000000;gradientColor=#5B6163;network2IconShadow=1;network2bgFillColor=none;labelPosition=center;verticalLabelPosition=bottom;align=center;verticalAlign=top;network2Icon=mxgraph.networks2.pc;network2IconYOffset=-0.0593;network2IconW=0.9999;network2IconH=0.7096;" value=" " vertex="1">
          <mxGeometry height="17.03" width="24" x="200" y="3" as="geometry" />
        </mxCell>
        <mxCell id="t_mpoE3g2Y7PHNGB8f9t-26" edge="1" parent="t_mpoE3g2Y7PHNGB8f9t-24" source="t_mpoE3g2Y7PHNGB8f9t-27" style="edgeStyle=orthogonalEdgeStyle;curved=1;rounded=0;orthogonalLoop=1;jettySize=auto;html=1;entryX=0.5;entryY=0;entryDx=0;entryDy=0;" target="t_mpoE3g2Y7PHNGB8f9t-29">
          <mxGeometry relative="1" as="geometry" />
        </mxCell>
        <mxCell id="t_mpoE3g2Y7PHNGB8f9t-27" parent="t_mpoE3g2Y7PHNGB8f9t-24" style="shape=process;whiteSpace=wrap;html=1;backgroundOutline=1;" value="Image Retreival" vertex="1">
          <mxGeometry height="40" width="190.12" x="19.94" y="30" as="geometry" />
        </mxCell>
        <mxCell id="t_mpoE3g2Y7PHNGB8f9t-28" parent="t_mpoE3g2Y7PHNGB8f9t-24" style="shape=process;whiteSpace=wrap;html=1;backgroundOutline=1;" value="Render Workflows" vertex="1">
          <mxGeometry height="40" width="190.12" x="19.939999999999998" y="150" as="geometry" />
        </mxCell>
        <mxCell id="t_mpoE3g2Y7PHNGB8f9t-29" parent="t_mpoE3g2Y7PHNGB8f9t-24" style="shape=process;whiteSpace=wrap;html=1;backgroundOutline=1;" value="Labworks Report Generator" vertex="1">
          <mxGeometry height="40" width="190.12" x="19.939999999999998" y="90" as="geometry" />
        </mxCell>
        <mxCell id="t_mpoE3g2Y7PHNGB8f9t-30" parent="t_mpoE3g2Y7PHNGB8f9t-24" style="shape=process;whiteSpace=wrap;html=1;backgroundOutline=1;" value="Printer Workflows" vertex="1">
          <mxGeometry height="40" width="190.12" x="19.939999999999998" y="210" as="geometry" />
        </mxCell>
        <mxCell id="t_mpoE3g2Y7PHNGB8f9t-31" edge="1" parent="t_mpoE3g2Y7PHNGB8f9t-15" source="t_mpoE3g2Y7PHNGB8f9t-27" style="edgeStyle=orthogonalEdgeStyle;curved=1;rounded=0;orthogonalLoop=1;jettySize=auto;html=1;entryX=1.016;entryY=0.637;entryDx=0;entryDy=0;entryPerimeter=0;exitX=0.837;exitY=0.082;exitDx=0;exitDy=0;exitPerimeter=0;" target="t_mpoE3g2Y7PHNGB8f9t-23">
          <mxGeometry relative="1" as="geometry">
            <Array as="points">
              <mxPoint x="389" y="200" />
              <mxPoint x="390" y="200" />
              <mxPoint x="390" y="72" />
            </Array>
            <mxPoint x="400" y="198" as="sourcePoint" />
          </mxGeometry>
        </mxCell>
        <mxCell id="t_mpoE3g2Y7PHNGB8f9t-32" connectable="0" parent="t_mpoE3g2Y7PHNGB8f9t-31" style="edgeLabel;html=1;align=center;verticalAlign=middle;resizable=0;points=[];" value="Image Download" vertex="1">
          <mxGeometry relative="1" x="-0.0797" y="-1" as="geometry">
            <mxPoint as="offset" />
          </mxGeometry>
        </mxCell>
        <mxCell id="t_mpoE3g2Y7PHNGB8f9t-33" edge="1" parent="t_mpoE3g2Y7PHNGB8f9t-15" source="t_mpoE3g2Y7PHNGB8f9t-23" style="edgeStyle=orthogonalEdgeStyle;curved=1;rounded=0;orthogonalLoop=1;jettySize=auto;html=1;entryX=0.134;entryY=0.07;entryDx=0;entryDy=0;entryPerimeter=0;exitX=-0.008;exitY=0.619;exitDx=0;exitDy=0;exitPerimeter=0;" target="t_mpoE3g2Y7PHNGB8f9t-27">
          <mxGeometry relative="1" as="geometry">
            <Array as="points">
              <mxPoint x="255" y="71" />
              <mxPoint x="255" y="160" />
            </Array>
          </mxGeometry>
        </mxCell>
        <mxCell id="t_mpoE3g2Y7PHNGB8f9t-34" connectable="0" parent="t_mpoE3g2Y7PHNGB8f9t-33" style="edgeLabel;html=1;align=center;verticalAlign=middle;resizable=0;points=[];" value="Order Images" vertex="1">
          <mxGeometry relative="1" x="0.0052" as="geometry">
            <mxPoint as="offset" />
          </mxGeometry>
        </mxCell>
        <mxCell id="t_mpoE3g2Y7PHNGB8f9t-35" edge="1" parent="t_mpoE3g2Y7PHNGB8f9t-15" source="t_mpoE3g2Y7PHNGB8f9t-27" style="edgeStyle=orthogonalEdgeStyle;curved=1;rounded=0;orthogonalLoop=1;jettySize=auto;html=1;entryX=1.01;entryY=0.206;entryDx=0;entryDy=0;entryPerimeter=0;" target="t_mpoE3g2Y7PHNGB8f9t-19">
          <mxGeometry relative="1" as="geometry" />
        </mxCell>
        <mxCell id="t_mpoE3g2Y7PHNGB8f9t-36" connectable="0" parent="t_mpoE3g2Y7PHNGB8f9t-35" style="edgeLabel;html=1;align=center;verticalAlign=middle;resizable=0;points=[];" value="Order Images" vertex="1">
          <mxGeometry relative="1" x="0.0556" as="geometry">
            <mxPoint as="offset" />
          </mxGeometry>
        </mxCell>
        <mxCell id="t_mpoE3g2Y7PHNGB8f9t-37" edge="1" parent="t_mpoE3g2Y7PHNGB8f9t-15" source="t_mpoE3g2Y7PHNGB8f9t-28" style="edgeStyle=orthogonalEdgeStyle;curved=1;rounded=0;orthogonalLoop=1;jettySize=auto;html=1;entryX=1.007;entryY=0.553;entryDx=0;entryDy=0;entryPerimeter=0;" target="t_mpoE3g2Y7PHNGB8f9t-19">
          <mxGeometry relative="1" as="geometry" />
        </mxCell>
        <mxCell id="t_mpoE3g2Y7PHNGB8f9t-38" connectable="0" parent="t_mpoE3g2Y7PHNGB8f9t-37" style="edgeLabel;html=1;align=center;verticalAlign=middle;resizable=0;points=[];" value="Rendered&lt;br&gt;Images" vertex="1">
          <mxGeometry relative="1" x="0.1933" y="5" as="geometry">
            <mxPoint as="offset" />
          </mxGeometry>
        </mxCell>
        <mxCell id="t_mpoE3g2Y7PHNGB8f9t-39" edge="1" parent="t_mpoE3g2Y7PHNGB8f9t-15" source="t_mpoE3g2Y7PHNGB8f9t-22" style="edgeStyle=orthogonalEdgeStyle;curved=1;rounded=0;orthogonalLoop=1;jettySize=auto;html=1;entryX=1.01;entryY=0.65;entryDx=0;entryDy=0;entryPerimeter=0;" target="t_mpoE3g2Y7PHNGB8f9t-30">
          <mxGeometry relative="1" as="geometry" />
        </mxCell>
        <mxCell id="t_mpoE3g2Y7PHNGB8f9t-40" connectable="0" parent="t_mpoE3g2Y7PHNGB8f9t-39" style="edgeLabel;html=1;align=center;verticalAlign=middle;resizable=0;points=[];" value="Print Requests" vertex="1">
          <mxGeometry relative="1" x="0.4408" y="-6" as="geometry">
            <mxPoint x="15" as="offset" />
          </mxGeometry>
        </mxCell>
        <mxCell id="t_mpoE3g2Y7PHNGB8f9t-41" parent="t_mpoE3g2Y7PHNGB8f9t-15" style="text;html=1;whiteSpace=wrap;strokeColor=none;fillColor=none;align=center;verticalAlign=middle;rounded=0;" value="&lt;h1&gt;Order Processing&lt;/h1&gt;" vertex="1">
          <mxGeometry height="30" width="320" x="160" as="geometry" />
        </mxCell>
        <mxCell id="t_mpoE3g2Y7PHNGB8f9t-42" parent="t_mpoE3g2Y7PHNGB8f9t-15" style="strokeWidth=1;shadow=0;dashed=0;align=center;html=1;shape=mxgraph.mockup.text.stickyNote2;fontColor=#ffffff;mainText=;fontSize=17;whiteSpace=wrap;fillColor=#6d8764;strokeColor=#3A5431;" value="Repri is the machine in the FishBowl office" vertex="1">
          <mxGeometry height="134.87" width="150" x="545.13" y="100" as="geometry" />
        </mxCell>
        <mxCell id="t_mpoE3g2Y7PHNGB8f9t-45" connectable="0" parent="t_mpoE3g2Y7PHNGB8f9t-1" style="group" value=" " vertex="1">
          <mxGeometry height="226" width="530" x="130" y="190" as="geometry" />
        </mxCell>
        <mxCell id="t_mpoE3g2Y7PHNGB8f9t-46" parent="t_mpoE3g2Y7PHNGB8f9t-45" style="rounded=1;whiteSpace=wrap;html=1;fillColor=#fad7ac;strokeColor=#b46504;" value="" vertex="1">
          <mxGeometry height="196" width="530" y="30" as="geometry" />
        </mxCell>
        <mxCell id="t_mpoE3g2Y7PHNGB8f9t-47" edge="1" parent="t_mpoE3g2Y7PHNGB8f9t-45" source="t_mpoE3g2Y7PHNGB8f9t-48" style="edgeStyle=orthogonalEdgeStyle;curved=1;rounded=0;orthogonalLoop=1;jettySize=auto;html=1;entryX=1;entryY=0.5;entryDx=0;entryDy=0;" target="t_mpoE3g2Y7PHNGB8f9t-50">
          <mxGeometry relative="1" as="geometry" />
        </mxCell>
        <mxCell id="t_mpoE3g2Y7PHNGB8f9t-48" parent="t_mpoE3g2Y7PHNGB8f9t-45" style="fillColorStyles=neutralFill;neutralFill=#9DA6A8;shape=mxgraph.networks2.icon;aspect=fixed;fillColor=#EDEDED;strokeColor=#000000;gradientColor=#5B6163;network2IconShadow=1;network2bgFillColor=none;labelPosition=center;verticalLabelPosition=bottom;align=center;verticalAlign=top;network2Icon=mxgraph.networks2.printer;network2IconW=1;network2IconH=1.04;" value="Printers" vertex="1">
          <mxGeometry height="104" width="100" x="400" y="70" as="geometry" />
        </mxCell>
        <mxCell id="t_mpoE3g2Y7PHNGB8f9t-49" edge="1" parent="t_mpoE3g2Y7PHNGB8f9t-45" source="t_mpoE3g2Y7PHNGB8f9t-50" style="edgeStyle=orthogonalEdgeStyle;curved=1;rounded=0;orthogonalLoop=1;jettySize=auto;html=1;" target="t_mpoE3g2Y7PHNGB8f9t-51">
          <mxGeometry relative="1" as="geometry" />
        </mxCell>
        <mxCell id="t_mpoE3g2Y7PHNGB8f9t-50" parent="t_mpoE3g2Y7PHNGB8f9t-45" style="shape=process;whiteSpace=wrap;html=1;backgroundOutline=1;" value="&lt;div&gt;Print&lt;/div&gt;&lt;div&gt;Processing&lt;/div&gt;" vertex="1">
          <mxGeometry height="60" width="120" x="200" y="92" as="geometry" />
        </mxCell>
        <mxCell id="t_mpoE3g2Y7PHNGB8f9t-51" parent="t_mpoE3g2Y7PHNGB8f9t-45" style="shape=umlActor;verticalLabelPosition=bottom;verticalAlign=top;html=1;outlineConnect=0;" value="Customer" vertex="1">
          <mxGeometry height="92" width="50" x="50" y="76" as="geometry" />
        </mxCell>
        <mxCell id="t_mpoE3g2Y7PHNGB8f9t-52" parent="t_mpoE3g2Y7PHNGB8f9t-45" style="text;html=1;whiteSpace=wrap;strokeColor=none;fillColor=none;align=center;verticalAlign=middle;rounded=0;" value="&lt;h1&gt;Order Fulfillment&lt;/h1&gt;" vertex="1">
          <mxGeometry height="30" width="220" x="30" as="geometry" />
        </mxCell>
        <mxCell id="t_mpoE3g2Y7PHNGB8f9t-53" edge="1" parent="t_mpoE3g2Y7PHNGB8f9t-1" source="t_mpoE3g2Y7PHNGB8f9t-30" style="edgeStyle=orthogonalEdgeStyle;curved=1;rounded=0;orthogonalLoop=1;jettySize=auto;html=1;entryX=0.507;entryY=-0.018;entryDx=0;entryDy=0;entryPerimeter=0;exitX=0.5;exitY=1;exitDx=0;exitDy=0;" target="t_mpoE3g2Y7PHNGB8f9t-48">
          <mxGeometry relative="1" as="geometry" />
        </mxCell>
-         <mxCell id="4KEBTaY12setShQ0R1dG-2" parent="t_mpoE3g2Y7PHNGB8f9t-1" style="swimlane;whiteSpace=wrap;html=1;" value="&lt;font style=&quot;font-size: 17px;&quot;&gt;Server2000&lt;/font&gt;" vertex="1">
+         <mxCell id="4KEBTaY12setShQ0R1dG-2" parent="t_mpoE3g2Y7PHNGB8f9t-1" style="swimlane;whiteSpace=wrap;html=1;fillColor=#cce5ff;strokeColor=#36393d;" value="&lt;font style=&quot;font-size: 17px;&quot;&gt;Server2000&lt;/font&gt;" vertex="1">
          <mxGeometry height="250" width="217" x="200" y="-650" as="geometry" />
        </mxCell>
        <mxCell id="4KEBTaY12setShQ0R1dG-3" parent="4KEBTaY12setShQ0R1dG-2" style="shape=process;whiteSpace=wrap;html=1;backgroundOutline=1;" value="ROES Server" vertex="1">
          <mxGeometry height="40" width="180" x="18.5" y="40" as="geometry" />
        </mxCell>
        <mxCell id="4KEBTaY12setShQ0R1dG-4" parent="4KEBTaY12setShQ0R1dG-2" style="shape=process;whiteSpace=wrap;html=1;backgroundOutline=1;" value="LabWorks" vertex="1">
          <mxGeometry height="40" width="180" x="18.5" y="100" as="geometry" />
        </mxCell>
        <mxCell id="m8FGLosefOx2cV8Kbhlu-5" edge="1" parent="4KEBTaY12setShQ0R1dG-2" source="m8FGLosefOx2cV8Kbhlu-4" style="edgeStyle=orthogonalEdgeStyle;curved=1;rounded=0;orthogonalLoop=1;jettySize=auto;html=1;entryX=0.75;entryY=1;entryDx=0;entryDy=0;" target="4KEBTaY12setShQ0R1dG-4">
          <mxGeometry relative="1" as="geometry" />
        </mxCell>
        <mxCell id="m8FGLosefOx2cV8Kbhlu-4" parent="4KEBTaY12setShQ0R1dG-2" style="shape=mxgraph.networks2.icon;aspect=fixed;fillColor=#EDEDED;strokeColor=#000000;gradientColor=#5B6163;network2IconShadow=1;network2bgFillColor=none;labelPosition=center;verticalLabelPosition=bottom;align=center;verticalAlign=top;network2Icon=mxgraph.networks2.data_storage;network2IconW=0.8252;network2IconH=0.9989;" value="XMLFileDrop" vertex="1">
          <mxGeometry height="49.945" width="41.260000000000005" x="133.5" y="160" as="geometry" />
        </mxCell>
        <mxCell id="4KEBTaY12setShQ0R1dG-14" connectable="0" parent="t_mpoE3g2Y7PHNGB8f9t-1" style="group;labelPosition=center;verticalLabelPosition=top;align=center;verticalAlign=bottom;" value=" " vertex="1">
          <mxGeometry height="310" width="470" x="195.06" y="-1040" as="geometry" />
        </mxCell>
        <mxCell id="t_mpoE3g2Y7PHNGB8f9t-3" parent="4KEBTaY12setShQ0R1dG-14" style="rounded=1;whiteSpace=wrap;html=1;fillColor=#b1ddf0;strokeColor=#10739e;" value=" " vertex="1">
          <mxGeometry height="287.3170731707317" width="470.00000000000006" y="22.682926829268297" as="geometry" />
        </mxCell>
        <mxCell id="t_mpoE3g2Y7PHNGB8f9t-4" parent="4KEBTaY12setShQ0R1dG-14" style="shape=mxgraph.networks2.icon;aspect=fixed;fillColor=#EDEDED;strokeColor=#000000;gradientColor=#5B6163;network2IconShadow=1;network2bgFillColor=none;labelPosition=center;verticalLabelPosition=middle;align=center;verticalAlign=middle;network2Icon=mxgraph.networks2.cloud;network2IconYOffset=-0.08;network2IconW=1.0004;network2IconH=0.7222;" value="GotPhoto" vertex="1">
          <mxGeometry height="63.96" width="88.6" x="370" y="60" as="geometry" />
        </mxCell>
        <mxCell id="t_mpoE3g2Y7PHNGB8f9t-5" parent="4KEBTaY12setShQ0R1dG-14" style="fillColorStyles=neutralFill;neutralFill=#9DA6A8;shape=mxgraph.networks2.icon;aspect=fixed;fillColor=#EDEDED;strokeColor=#000000;gradientColor=#5B6163;network2IconShadow=1;network2bgFillColor=none;labelPosition=center;verticalLabelPosition=top;align=center;verticalAlign=bottom;network2Icon=mxgraph.networks2.server;network2IconW=1.0001;network2IconH=0.5812;" value="ROES&#xa;Backend Servers" vertex="1">
          <mxGeometry height="45.29897718332022" width="77.94659716758459" x="225.99569444444447" y="229.99634146341464" as="geometry" />
        </mxCell>
        <mxCell id="t_mpoE3g2Y7PHNGB8f9t-6" edge="1" parent="4KEBTaY12setShQ0R1dG-14" source="t_mpoE3g2Y7PHNGB8f9t-9" style="edgeStyle=orthogonalEdgeStyle;curved=1;rounded=0;orthogonalLoop=1;jettySize=auto;html=1;exitX=0.5;exitY=1;exitDx=0;exitDy=0;entryX=-0.005;entryY=0.594;entryDx=0;entryDy=0;entryPerimeter=0;" target="t_mpoE3g2Y7PHNGB8f9t-5">
          <mxGeometry relative="1" as="geometry" />
        </mxCell>
        <mxCell id="t_mpoE3g2Y7PHNGB8f9t-7" parent="4KEBTaY12setShQ0R1dG-14" style="text;html=1;whiteSpace=wrap;strokeColor=none;fillColor=none;align=left;verticalAlign=middle;rounded=0;" value="&lt;h1&gt;External Order Intake&lt;/h1&gt;" vertex="1">
          <mxGeometry height="22.68" width="407.36" x="32.639999999999986" as="geometry" />
        </mxCell>
        <mxCell id="t_mpoE3g2Y7PHNGB8f9t-8" connectable="0" parent="4KEBTaY12setShQ0R1dG-14" style="group;" value="" vertex="1">
          <mxGeometry height="128.53658536585368" width="235.00000000000003" x="32.638888888888886" y="37.804878048780495" as="geometry" />
        </mxCell>
        <mxCell id="t_mpoE3g2Y7PHNGB8f9t-9" parent="t_mpoE3g2Y7PHNGB8f9t-8" style="rounded=0;whiteSpace=wrap;html=1;fillColor=#fad9d5;strokeColor=#ae4132;" value="" vertex="1">
          <mxGeometry height="128.53658536585368" width="235.00000000000003" as="geometry" />
        </mxCell>
        <mxCell id="t_mpoE3g2Y7PHNGB8f9t-10" parent="t_mpoE3g2Y7PHNGB8f9t-8" style="shape=mxgraph.networks2.icon;aspect=fixed;fillColor=#EDEDED;strokeColor=#000000;gradientColor=#5B6163;network2IconShadow=1;network2bgFillColor=none;labelPosition=center;verticalLabelPosition=bottom;align=center;verticalAlign=top;network2Icon=mxgraph.networks2.globe;network2IconW=1;network2IconH=1;" value="" vertex="1">
          <mxGeometry height="29.33648046157881" width="29.33648046157881" x="10.681818181818182" y="8.56910569105691" as="geometry" />
        </mxCell>
        <mxCell id="t_mpoE3g2Y7PHNGB8f9t-11" parent="t_mpoE3g2Y7PHNGB8f9t-8" style="shape=mxgraph.networks2.icon;aspect=fixed;fillColor=#EDEDED;strokeColor=#000000;gradientColor=#5B6163;network2IconShadow=1;network2bgFillColor=none;labelPosition=center;verticalLabelPosition=bottom;align=center;verticalAlign=top;network2Icon=mxgraph.networks2.users;network2IconXOffset=0.0019;network2IconYOffset=-0.0004;network2IconW=1.0353;network2IconH=0.6623;" value="Customer Orders" vertex="1">
          <mxGeometry height="29.33648046157881" width="45.86025308156307" x="42.72727272727273" y="51.41463414634146" as="geometry" />
        </mxCell>
        <mxCell id="t_mpoE3g2Y7PHNGB8f9t-12" parent="t_mpoE3g2Y7PHNGB8f9t-8" style="shape=mxgraph.networks2.icon;aspect=fixed;fillColor=#EDEDED;strokeColor=#000000;gradientColor=#5B6163;network2IconShadow=1;network2bgFillColor=none;labelPosition=center;verticalLabelPosition=bottom;align=center;verticalAlign=top;network2Icon=mxgraph.networks2.lan;network2IconYOffset=0.0558;network2IconW=1.0834;network2IconH=0.7564;" value="Internal Orders" vertex="1">
          <mxGeometry height="32.85685811696826" width="47.0630487804878" x="144.61949300699303" y="49.35804878048783" as="geometry" />
        </mxCell>
        <mxCell id="t_mpoE3g2Y7PHNGB8f9t-13" parent="t_mpoE3g2Y7PHNGB8f9t-8" style="text;html=1;whiteSpace=wrap;strokeColor=none;fillColor=none;align=center;verticalAlign=middle;rounded=0;" value="ROES Web" vertex="1">
          <mxGeometry height="25.70731707317073" width="72.3076923076923" x="81.34615384615385" as="geometry" />
        </mxCell>
        <mxCell id="t_mpoE3g2Y7PHNGB8f9t-14" parent="4KEBTaY12setShQ0R1dG-14" style="shape=mxgraph.networks2.icon;aspect=fixed;fillColor=#EDEDED;strokeColor=#000000;gradientColor=#5B6163;network2IconShadow=1;network2bgFillColor=none;labelPosition=center;verticalLabelPosition=middle;align=center;verticalAlign=middle;network2Icon=mxgraph.networks2.cloud;network2IconYOffset=-0.08;network2IconW=1.0004;network2IconH=0.7222;" value="HelloDancer" vertex="1">
          <mxGeometry height="70" width="96.96" x="280" y="30" as="geometry" />
        </mxCell>
        <mxCell id="t_mpoE3g2Y7PHNGB8f9t-54" parent="4KEBTaY12setShQ0R1dG-14" style="shape=process;whiteSpace=wrap;html=1;backgroundOutline=1;fontSize=9;" value="&lt;div&gt;Open Roes Bridge&lt;/div&gt;&lt;div&gt;(ORB)&lt;/div&gt;" vertex="1">
          <mxGeometry height="30" width="130" x="320" y="166.33999999999997" as="geometry" />
        </mxCell>
        <mxCell id="t_mpoE3g2Y7PHNGB8f9t-55" edge="1" parent="4KEBTaY12setShQ0R1dG-14" source="t_mpoE3g2Y7PHNGB8f9t-14" style="edgeStyle=orthogonalEdgeStyle;curved=1;rounded=0;orthogonalLoop=1;jettySize=auto;html=1;entryX=0.5;entryY=0;entryDx=0;entryDy=0;" target="t_mpoE3g2Y7PHNGB8f9t-54">
          <mxGeometry relative="1" as="geometry" />
        </mxCell>
        <mxCell id="t_mpoE3g2Y7PHNGB8f9t-56" connectable="0" parent="t_mpoE3g2Y7PHNGB8f9t-55" style="edgeLabel;html=1;align=center;verticalAlign=middle;resizable=0;points=[];" value="XML Files" vertex="1">
          <mxGeometry relative="1" x="-0.1399" y="2" as="geometry">
            <mxPoint as="offset" />
          </mxGeometry>
        </mxCell>
        <mxCell id="t_mpoE3g2Y7PHNGB8f9t-57" edge="1" parent="4KEBTaY12setShQ0R1dG-14" source="t_mpoE3g2Y7PHNGB8f9t-4" style="edgeStyle=orthogonalEdgeStyle;curved=1;rounded=0;orthogonalLoop=1;jettySize=auto;html=1;entryX=0.5;entryY=0;entryDx=0;entryDy=0;" target="t_mpoE3g2Y7PHNGB8f9t-54">
          <mxGeometry relative="1" as="geometry" />
        </mxCell>
        <mxCell id="t_mpoE3g2Y7PHNGB8f9t-58" connectable="0" parent="t_mpoE3g2Y7PHNGB8f9t-57" style="edgeLabel;html=1;align=center;verticalAlign=middle;resizable=0;points=[];" value="XML Files" vertex="1">
          <mxGeometry relative="1" x="-0.2099" as="geometry">
            <mxPoint x="13" as="offset" />
          </mxGeometry>
        </mxCell>
        <mxCell id="t_mpoE3g2Y7PHNGB8f9t-59" edge="1" parent="4KEBTaY12setShQ0R1dG-14" source="t_mpoE3g2Y7PHNGB8f9t-54" style="edgeStyle=orthogonalEdgeStyle;curved=1;rounded=0;orthogonalLoop=1;jettySize=auto;html=1;entryX=1.005;entryY=0.545;entryDx=0;entryDy=0;entryPerimeter=0;exitX=0.5;exitY=1;exitDx=0;exitDy=0;" target="t_mpoE3g2Y7PHNGB8f9t-5">
          <mxGeometry relative="1" as="geometry" />
        </mxCell>
        <mxCell id="4KEBTaY12setShQ0R1dG-15" connectable="0" parent="t_mpoE3g2Y7PHNGB8f9t-1" style="group" value="d" vertex="1">
          <mxGeometry height="210" width="215" x="560" y="-640" as="geometry" />
        </mxCell>
        <mxCell id="t_mpoE3g2Y7PHNGB8f9t-64" parent="4KEBTaY12setShQ0R1dG-15" style="rounded=1;whiteSpace=wrap;html=1;fillColor=#b0e3e6;strokeColor=#0e8088;labelPosition=center;verticalLabelPosition=bottom;align=center;verticalAlign=top;" value="&lt;h1&gt;On Prem Intake&lt;/h1&gt;" vertex="1">
          <mxGeometry height="210" width="215" as="geometry" />
        </mxCell>
        <mxCell id="t_mpoE3g2Y7PHNGB8f9t-66" parent="4KEBTaY12setShQ0R1dG-15" style="shape=mxgraph.networks2.icon;aspect=fixed;fillColor=#EDEDED;strokeColor=#000000;gradientColor=#5B6163;network2IconShadow=1;network2bgFillColor=none;labelPosition=right;verticalLabelPosition=middle;align=left;verticalAlign=middle;network2Icon=mxgraph.networks2.pc;network2IconYOffset=-0.0593;network2IconW=0.9999;network2IconH=0.7096;" value="RTP Server" vertex="1">
          <mxGeometry height="60" width="84.55" x="10" y="20" as="geometry" />
        </mxCell>
        <mxCell id="t_mpoE3g2Y7PHNGB8f9t-67" parent="4KEBTaY12setShQ0R1dG-15" style="shape=mxgraph.networks2.icon;aspect=fixed;fillColor=#EDEDED;strokeColor=#000000;gradientColor=#5B6163;network2IconShadow=1;network2bgFillColor=none;labelPosition=right;verticalLabelPosition=middle;align=left;verticalAlign=middle;network2Icon=mxgraph.networks2.data_storage;network2IconW=0.8252;network2IconH=0.9989;" value="Nichols RAID 1&#xa;/&#39;incoming orders&#39;" vertex="1">
          <mxGeometry height="60" width="49.57" x="27.490000000000016" y="130" as="geometry" />
        </mxCell>
        <mxCell id="4KEBTaY12setShQ0R1dG-13" edge="1" parent="4KEBTaY12setShQ0R1dG-15" source="t_mpoE3g2Y7PHNGB8f9t-66" style="edgeStyle=orthogonalEdgeStyle;curved=1;rounded=0;orthogonalLoop=1;jettySize=auto;html=1;entryX=0.511;entryY=0.073;entryDx=0;entryDy=0;entryPerimeter=0;" target="t_mpoE3g2Y7PHNGB8f9t-67">
          <mxGeometry relative="1" as="geometry" />
        </mxCell>
        <mxCell id="4KEBTaY12setShQ0R1dG-17" edge="1" parent="t_mpoE3g2Y7PHNGB8f9t-1" source="4KEBTaY12setShQ0R1dG-3" style="edgeStyle=orthogonalEdgeStyle;curved=1;rounded=0;orthogonalLoop=1;jettySize=auto;html=1;entryX=0.478;entryY=0.004;entryDx=0;entryDy=0;entryPerimeter=0;" target="t_mpoE3g2Y7PHNGB8f9t-19">
          <mxGeometry relative="1" as="geometry" />
        </mxCell>
        <mxCell id="m8FGLosefOx2cV8Kbhlu-1" connectable="0" parent="4KEBTaY12setShQ0R1dG-17" style="edgeLabel;html=1;align=center;verticalAlign=middle;resizable=0;points=[];" value="Order .RO files" vertex="1">
          <mxGeometry relative="1" x="-0.0432" y="46" as="geometry">
            <mxPoint x="-15" y="40" as="offset" />
          </mxGeometry>
        </mxCell>
        <mxCell id="m8FGLosefOx2cV8Kbhlu-6" edge="1" parent="t_mpoE3g2Y7PHNGB8f9t-1" source="t_mpoE3g2Y7PHNGB8f9t-29" style="edgeStyle=orthogonalEdgeStyle;curved=1;rounded=0;orthogonalLoop=1;jettySize=auto;html=1;entryX=0.999;entryY=0.546;entryDx=0;entryDy=0;entryPerimeter=0;exitX=1;exitY=0.5;exitDx=0;exitDy=0;" target="m8FGLosefOx2cV8Kbhlu-4">
          <mxGeometry relative="1" as="geometry">
            <Array as="points">
              <mxPoint x="570" y="-90" />
              <mxPoint x="570" y="-463" />
            </Array>
          </mxGeometry>
        </mxCell>
        <mxCell id="m8FGLosefOx2cV8Kbhlu-8" connectable="0" parent="m8FGLosefOx2cV8Kbhlu-6" style="edgeLabel;html=1;align=center;verticalAlign=middle;resizable=0;points=[];" value="&lt;div&gt;Order XML&lt;/div&gt;&lt;div&gt;Files&lt;/div&gt;" vertex="1">
          <mxGeometry relative="1" x="-0.0012" y="1" as="geometry">
            <mxPoint as="offset" />
          </mxGeometry>
        </mxCell>
        <mxCell id="m8FGLosefOx2cV8Kbhlu-11" edge="1" parent="t_mpoE3g2Y7PHNGB8f9t-1" source="t_mpoE3g2Y7PHNGB8f9t-5" style="edgeStyle=orthogonalEdgeStyle;curved=1;rounded=0;orthogonalLoop=1;jettySize=auto;html=1;entryX=0.419;entryY=0.009;entryDx=0;entryDy=0;entryPerimeter=0;exitX=0.521;exitY=0.991;exitDx=0;exitDy=0;exitPerimeter=0;" target="t_mpoE3g2Y7PHNGB8f9t-66">
          <mxGeometry relative="1" as="geometry" />
        </mxCell>
        <mxCell id="m8FGLosefOx2cV8Kbhlu-12" connectable="0" parent="m8FGLosefOx2cV8Kbhlu-11" style="edgeLabel;html=1;align=center;verticalAlign=middle;resizable=0;points=[];" value=":8081, :8082, :8083" vertex="1">
          <mxGeometry relative="1" x="-0.2615" y="1" as="geometry">
            <mxPoint x="34" y="-2" as="offset" />
          </mxGeometry>
        </mxCell>
        <mxCell id="m8FGLosefOx2cV8Kbhlu-13" edge="1" parent="t_mpoE3g2Y7PHNGB8f9t-1" source="t_mpoE3g2Y7PHNGB8f9t-67" style="edgeStyle=orthogonalEdgeStyle;curved=1;rounded=0;orthogonalLoop=1;jettySize=auto;html=1;entryX=1;entryY=0.5;entryDx=0;entryDy=0;exitX=0.017;exitY=0.534;exitDx=0;exitDy=0;exitPerimeter=0;" target="4KEBTaY12setShQ0R1dG-3">
          <mxGeometry relative="1" as="geometry">
            <mxPoint x="560" y="-590" as="sourcePoint" />
          </mxGeometry>
        </mxCell>
        <mxCell id="m8FGLosefOx2cV8Kbhlu-15" connectable="0" parent="m8FGLosefOx2cV8Kbhlu-13" style="edgeLabel;html=1;align=center;verticalAlign=middle;resizable=0;points=[];" value="Order Ingestion" vertex="1">
          <mxGeometry relative="1" x="-0.0115" as="geometry">
            <mxPoint as="offset" />
          </mxGeometry>
        </mxCell>
      </root>
    </mxGraphModel>
  </diagram>
</mxfile>
